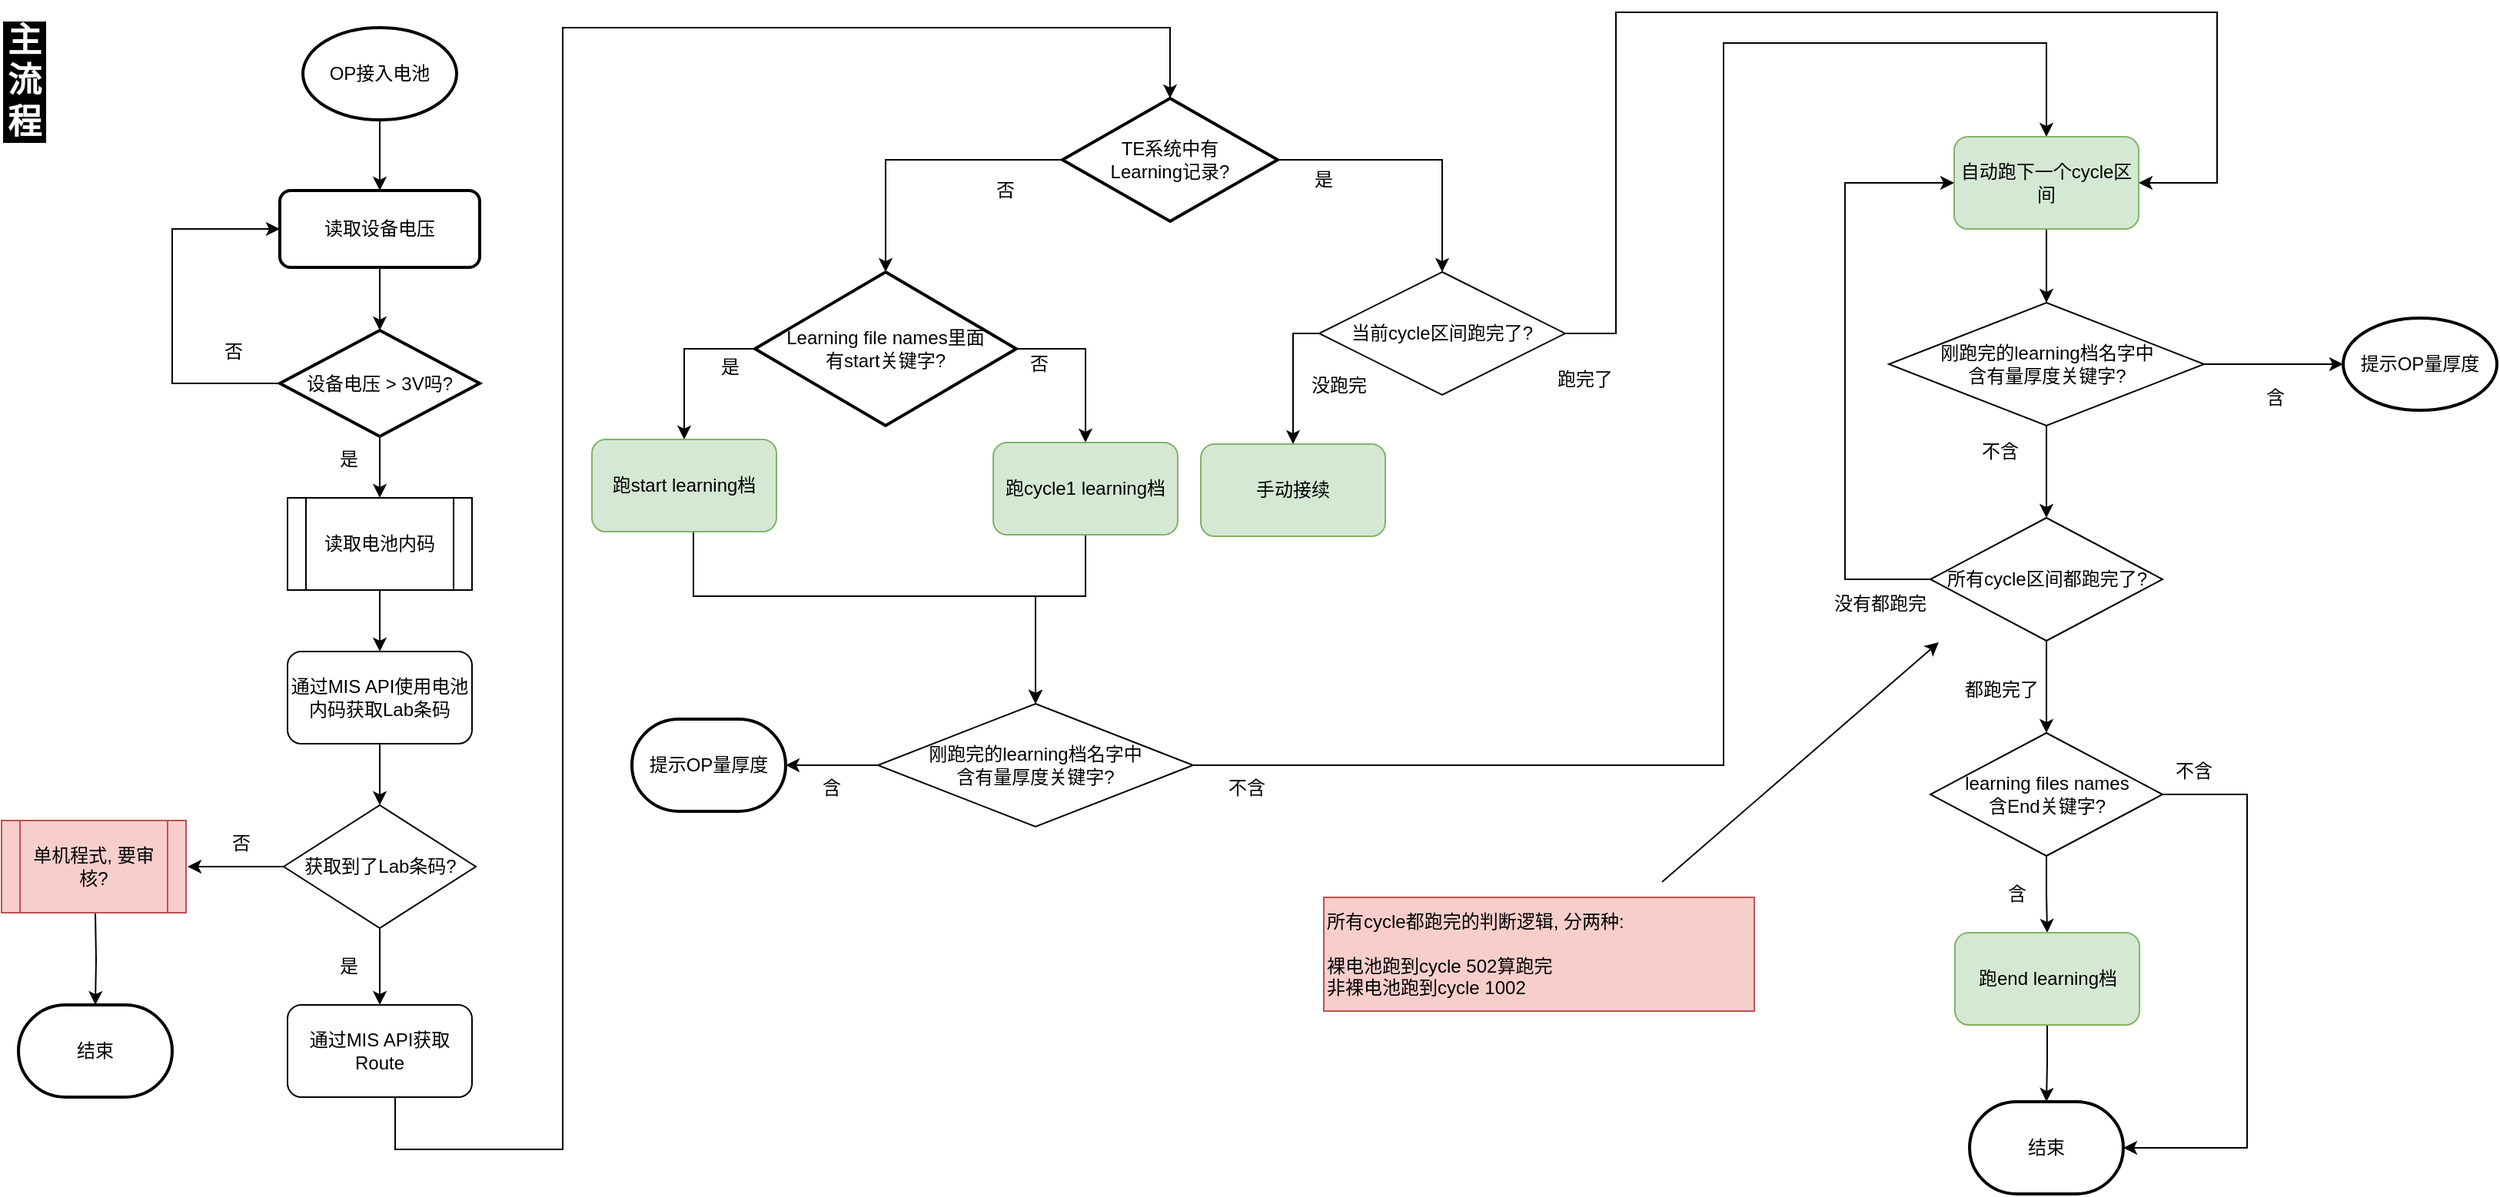
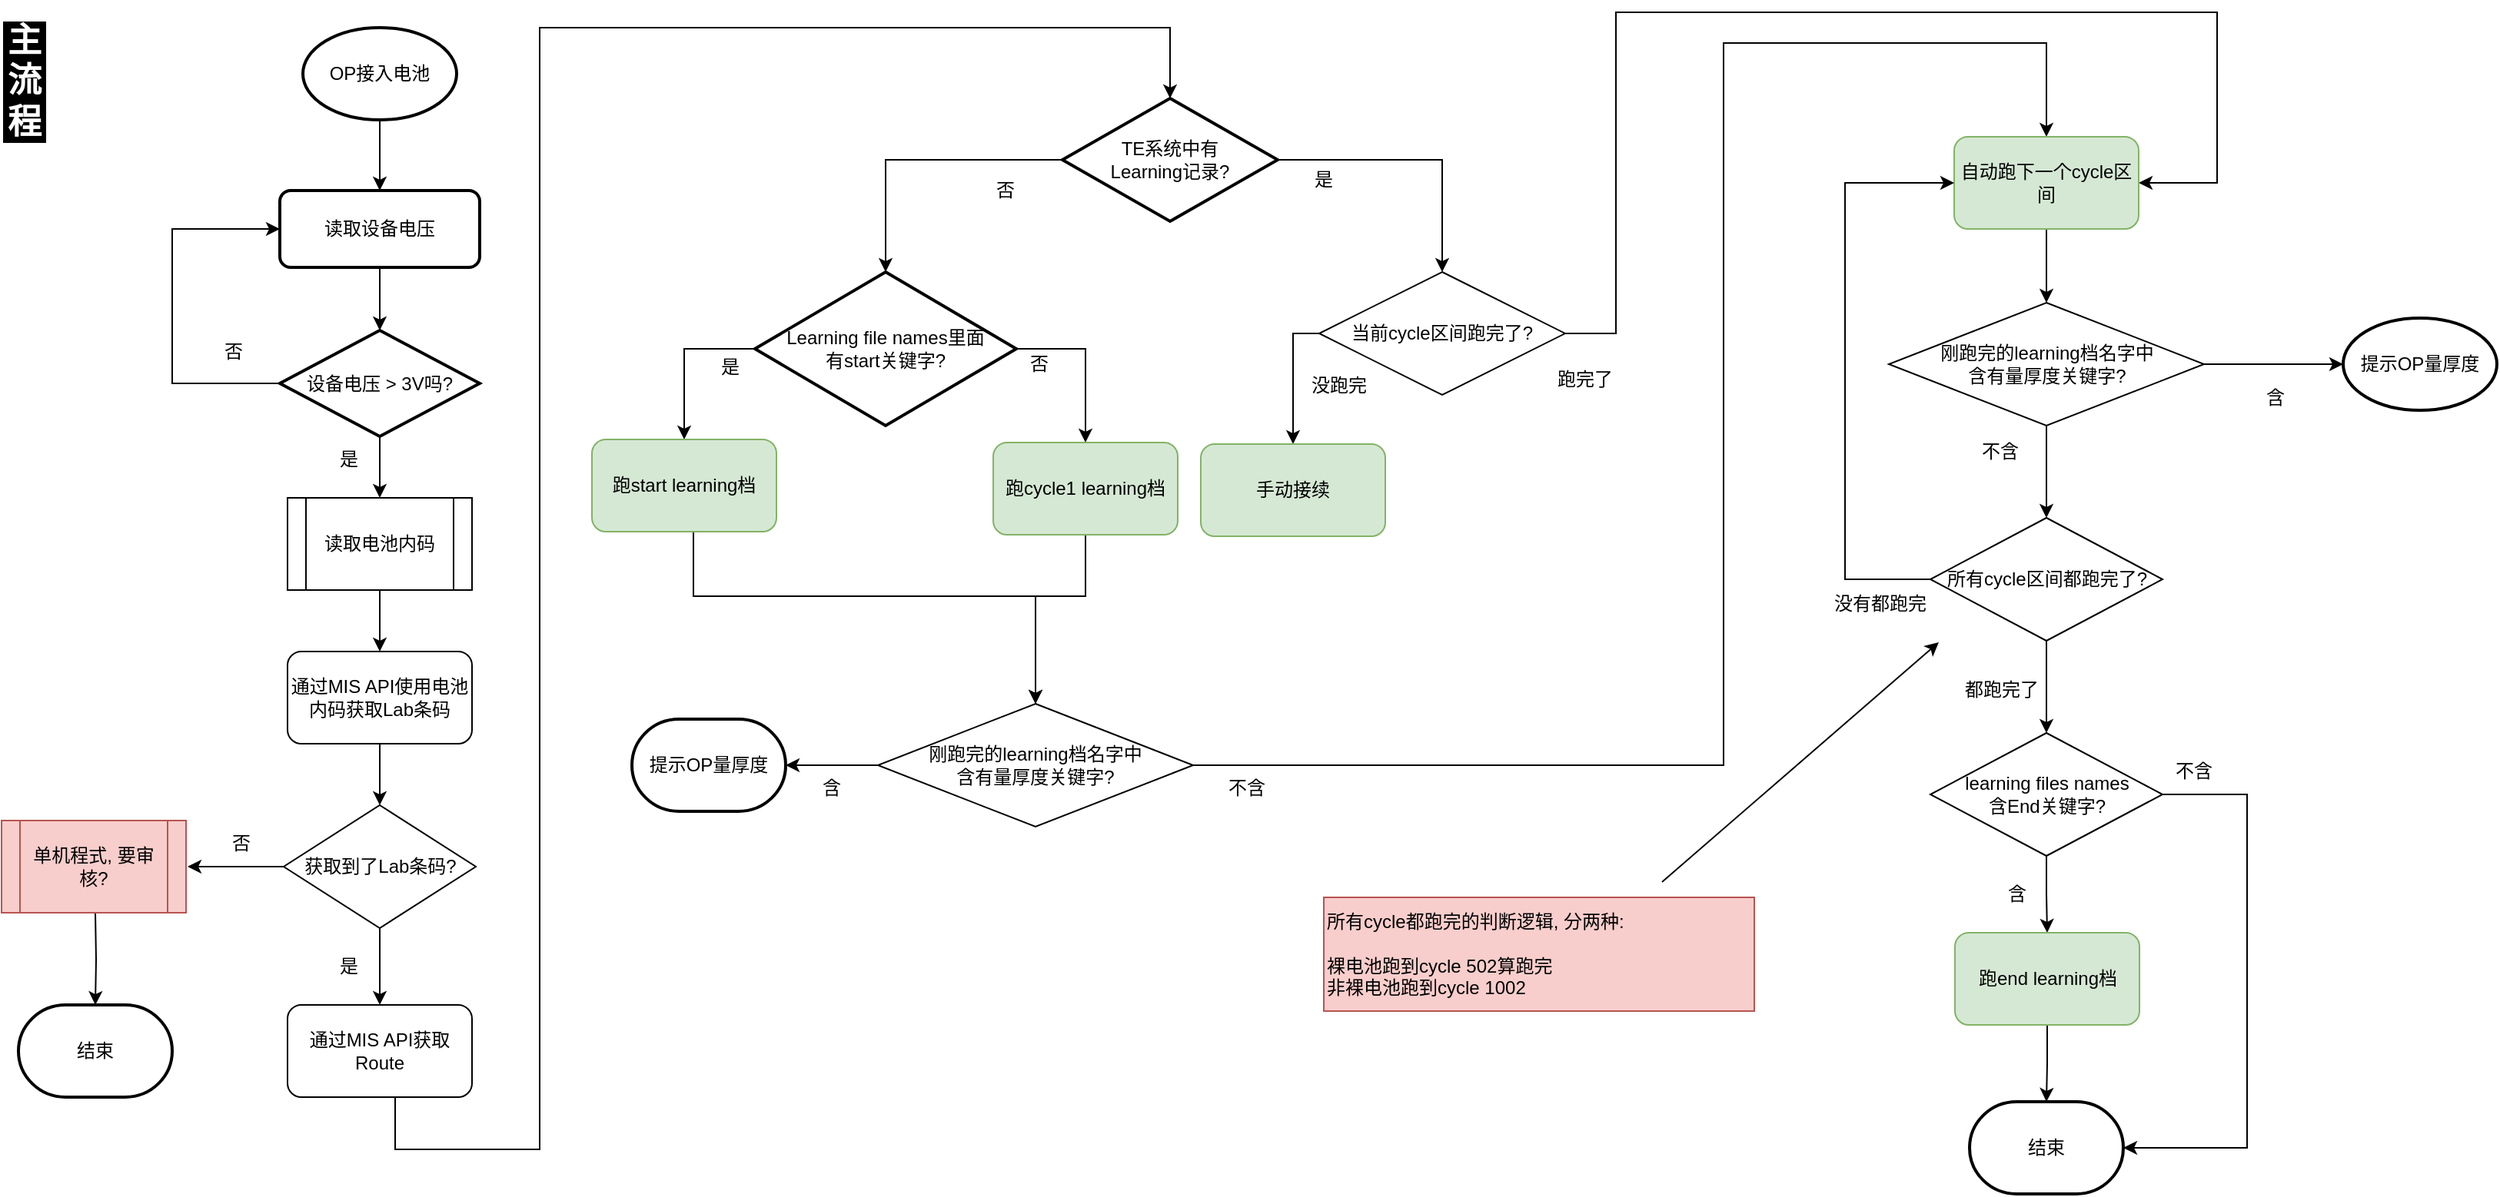
- <mxfile host="app.diagrams.net" pages="3">
+ <mxfile host="app.diagrams.net" pages="4">
  <diagram name="主流程" id="3HldnIOuQtLrwHUO-1mN">
    <mxGraphModel dx="1384" dy="813" grid="1" gridSize="10" guides="1" tooltips="1" connect="1" arrows="1" fold="1" page="1" pageScale="1" pageWidth="1654" pageHeight="1169" background="#FFFFFF" math="0" shadow="0">
      <root>
        <mxCell id="0" />
        <mxCell id="1" parent="0" />
        <mxCell id="qRa3hty1LtdxE0hFs_0w-8" edge="1" parent="1" source="qRa3hty1LtdxE0hFs_0w-4" style="edgeStyle=orthogonalEdgeStyle;rounded=0;orthogonalLoop=1;jettySize=auto;html=1;" target="qRa3hty1LtdxE0hFs_0w-6" value="">
          <mxGeometry relative="1" as="geometry" />
        </mxCell>
        <mxCell id="qRa3hty1LtdxE0hFs_0w-4" parent="1" style="strokeWidth=2;html=1;shape=mxgraph.flowchart.start_1;whiteSpace=wrap;" value="OP接入电池" vertex="1">
          <mxGeometry height="60" width="100" x="216" y="20" as="geometry" />
        </mxCell>
        <mxCell id="qRa3hty1LtdxE0hFs_0w-9" edge="1" parent="1" source="qRa3hty1LtdxE0hFs_0w-6" style="edgeStyle=orthogonalEdgeStyle;rounded=0;orthogonalLoop=1;jettySize=auto;html=1;" target="qRa3hty1LtdxE0hFs_0w-7" value="">
          <mxGeometry relative="1" as="geometry" />
        </mxCell>
        <mxCell id="qRa3hty1LtdxE0hFs_0w-6" parent="1" style="rounded=1;whiteSpace=wrap;html=1;absoluteArcSize=1;arcSize=14;strokeWidth=2;" value="读取设备电压" vertex="1">
          <mxGeometry height="50" width="130" x="201" y="126" as="geometry" />
        </mxCell>
        <mxCell id="qRa3hty1LtdxE0hFs_0w-14" edge="1" parent="1" source="qRa3hty1LtdxE0hFs_0w-7" style="edgeStyle=orthogonalEdgeStyle;rounded=0;orthogonalLoop=1;jettySize=auto;html=1;" target="qRa3hty1LtdxE0hFs_0w-13" value="">
          <mxGeometry relative="1" as="geometry" />
        </mxCell>
        <mxCell id="qRa3hty1LtdxE0hFs_0w-25" edge="1" parent="1" source="qRa3hty1LtdxE0hFs_0w-7" style="edgeStyle=orthogonalEdgeStyle;rounded=0;orthogonalLoop=1;jettySize=auto;html=1;entryX=0;entryY=0.5;entryDx=0;entryDy=0;" target="qRa3hty1LtdxE0hFs_0w-6">
          <mxGeometry relative="1" as="geometry">
            <Array as="points">
              <mxPoint x="131" y="252" />
              <mxPoint x="131" y="151" />
            </Array>
            <mxPoint x="411" y="146" as="targetPoint" />
          </mxGeometry>
        </mxCell>
        <mxCell id="qRa3hty1LtdxE0hFs_0w-7" parent="1" style="strokeWidth=2;html=1;shape=mxgraph.flowchart.decision;whiteSpace=wrap;" value="设备电压 &amp;gt; 3V吗?" vertex="1">
          <mxGeometry height="69" width="130" x="201" y="217" as="geometry" />
        </mxCell>
        <mxCell id="qRa3hty1LtdxE0hFs_0w-11" parent="1" style="text;html=1;whiteSpace=wrap;strokeColor=none;fillColor=none;align=center;verticalAlign=middle;rounded=0;" value="&lt;div&gt;否&lt;/div&gt;" vertex="1">
          <mxGeometry height="30" width="60" x="141" y="216" as="geometry" />
        </mxCell>
        <mxCell id="qRa3hty1LtdxE0hFs_0w-12" parent="1" style="text;html=1;whiteSpace=wrap;strokeColor=none;fillColor=none;align=center;verticalAlign=middle;rounded=0;" value="&lt;div&gt;是&lt;/div&gt;" vertex="1">
          <mxGeometry height="30" width="60" x="216" y="286" as="geometry" />
        </mxCell>
        <mxCell id="qRa3hty1LtdxE0hFs_0w-16" edge="1" parent="1" source="qRa3hty1LtdxE0hFs_0w-13" style="edgeStyle=orthogonalEdgeStyle;rounded=0;orthogonalLoop=1;jettySize=auto;html=1;" target="qRa3hty1LtdxE0hFs_0w-15" value="">
          <mxGeometry relative="1" as="geometry" />
        </mxCell>
        <mxCell id="qRa3hty1LtdxE0hFs_0w-13" parent="1" style="shape=process;whiteSpace=wrap;html=1;backgroundOutline=1;" value="读取电池内码" vertex="1">
          <mxGeometry height="60" width="120" x="206" y="326" as="geometry" />
        </mxCell>
        <mxCell id="qRa3hty1LtdxE0hFs_0w-20" edge="1" parent="1" source="qRa3hty1LtdxE0hFs_0w-15" style="edgeStyle=orthogonalEdgeStyle;rounded=0;orthogonalLoop=1;jettySize=auto;html=1;" target="qRa3hty1LtdxE0hFs_0w-19" value="">
          <mxGeometry relative="1" as="geometry" />
        </mxCell>
        <mxCell id="qRa3hty1LtdxE0hFs_0w-15" parent="1" style="rounded=1;whiteSpace=wrap;html=1;" value="通过MIS API使用电池内码获取Lab条码" vertex="1">
          <mxGeometry height="60" width="120" x="206" y="426" as="geometry" />
        </mxCell>
        <mxCell id="qRa3hty1LtdxE0hFs_0w-31" edge="1" parent="1" style="edgeStyle=orthogonalEdgeStyle;rounded=0;orthogonalLoop=1;jettySize=auto;html=1;entryX=0.5;entryY=0;entryDx=0;entryDy=0;entryPerimeter=0;strokeWidth=1;" target="qRa3hty1LtdxE0hFs_0w-30" value="">
          <mxGeometry relative="1" as="geometry">
            <Array as="points">
              <mxPoint x="276" y="750" />
-               <mxPoint x="385" y="750" />
-               <mxPoint x="385" y="20" />
+               <mxPoint x="370" y="750" />
+               <mxPoint x="370" y="20" />
              <mxPoint x="780" y="20" />
            </Array>
            <mxPoint x="276" y="716" as="sourcePoint" />
            <mxPoint x="793" y="59" as="targetPoint" />
          </mxGeometry>
        </mxCell>
        <mxCell id="qRa3hty1LtdxE0hFs_0w-17" parent="1" style="rounded=1;whiteSpace=wrap;html=1;" value="通过MIS API获取Route" vertex="1">
          <mxGeometry height="60" width="120" x="206" y="656" as="geometry" />
        </mxCell>
        <mxCell id="qRa3hty1LtdxE0hFs_0w-21" edge="1" parent="1" source="qRa3hty1LtdxE0hFs_0w-19" style="edgeStyle=orthogonalEdgeStyle;rounded=0;orthogonalLoop=1;jettySize=auto;html=1;" target="qRa3hty1LtdxE0hFs_0w-17" value="">
          <mxGeometry relative="1" as="geometry" />
        </mxCell>
        <mxCell id="qRa3hty1LtdxE0hFs_0w-27" edge="1" parent="1" source="qRa3hty1LtdxE0hFs_0w-19" style="edgeStyle=orthogonalEdgeStyle;rounded=0;orthogonalLoop=1;jettySize=auto;html=1;" value="">
          <mxGeometry relative="1" as="geometry">
            <mxPoint x="141" y="566" as="targetPoint" />
          </mxGeometry>
        </mxCell>
        <mxCell id="qRa3hty1LtdxE0hFs_0w-19" parent="1" style="rhombus;whiteSpace=wrap;html=1;" value="获取到了Lab条码?" vertex="1">
          <mxGeometry height="80" width="125" x="203.5" y="526" as="geometry" />
        </mxCell>
        <mxCell id="qRa3hty1LtdxE0hFs_0w-22" parent="1" style="text;html=1;whiteSpace=wrap;strokeColor=none;fillColor=none;align=center;verticalAlign=middle;rounded=0;" value="是" vertex="1">
          <mxGeometry height="30" width="60" x="216" y="616" as="geometry" />
        </mxCell>
        <mxCell id="qRa3hty1LtdxE0hFs_0w-29" edge="1" parent="1" style="edgeStyle=orthogonalEdgeStyle;rounded=0;orthogonalLoop=1;jettySize=auto;html=1;" target="qRa3hty1LtdxE0hFs_0w-28" value="">
          <mxGeometry relative="1" as="geometry">
            <mxPoint x="81" y="596" as="sourcePoint" />
          </mxGeometry>
        </mxCell>
        <mxCell id="qRa3hty1LtdxE0hFs_0w-26" parent="1" style="shape=process;whiteSpace=wrap;html=1;backgroundOutline=1;fillColor=#f8cecc;strokeColor=#b85450;" value="单机程式, 要审核?" vertex="1">
          <mxGeometry height="60" width="120" x="20" y="536" as="geometry" />
        </mxCell>
        <mxCell id="qRa3hty1LtdxE0hFs_0w-28" parent="1" style="strokeWidth=2;html=1;shape=mxgraph.flowchart.terminator;whiteSpace=wrap;" value="结束" vertex="1">
          <mxGeometry height="60" width="100" x="31" y="656" as="geometry" />
        </mxCell>
        <mxCell id="qRa3hty1LtdxE0hFs_0w-34" edge="1" parent="1" source="qRa3hty1LtdxE0hFs_0w-30" style="edgeStyle=orthogonalEdgeStyle;rounded=0;orthogonalLoop=1;jettySize=auto;html=1;exitX=0;exitY=0.5;exitDx=0;exitDy=0;exitPerimeter=0;" target="qRa3hty1LtdxE0hFs_0w-33" value="">
          <mxGeometry relative="1" as="geometry">
            <mxPoint x="595" y="129" as="sourcePoint" />
          </mxGeometry>
        </mxCell>
        <mxCell id="qRa3hty1LtdxE0hFs_0w-38" edge="1" parent="1" source="qRa3hty1LtdxE0hFs_0w-30" style="edgeStyle=orthogonalEdgeStyle;rounded=0;orthogonalLoop=1;jettySize=auto;html=1;" target="qRa3hty1LtdxE0hFs_0w-37" value="">
          <mxGeometry relative="1" as="geometry" />
        </mxCell>
        <mxCell id="qRa3hty1LtdxE0hFs_0w-30" parent="1" style="strokeWidth=2;html=1;shape=mxgraph.flowchart.decision;whiteSpace=wrap;" value="&lt;div&gt;TE系统中有&lt;/div&gt;&lt;div&gt;Learning记录?&lt;/div&gt;" vertex="1">
          <mxGeometry height="80" width="140" x="710" y="66" as="geometry" />
        </mxCell>
        <mxCell id="qRa3hty1LtdxE0hFs_0w-67" edge="1" parent="1" source="qRa3hty1LtdxE0hFs_0w-33" style="edgeStyle=orthogonalEdgeStyle;rounded=0;orthogonalLoop=1;jettySize=auto;html=1;entryX=0.5;entryY=0;entryDx=0;entryDy=0;exitX=1;exitY=0.5;exitDx=0;exitDy=0;exitPerimeter=0;" target="qRa3hty1LtdxE0hFs_0w-66">
          <mxGeometry relative="1" as="geometry" />
        </mxCell>
        <mxCell id="PsBZDfwHha2lWDHOalyY-45" edge="1" parent="1" source="qRa3hty1LtdxE0hFs_0w-33" style="edgeStyle=orthogonalEdgeStyle;rounded=0;orthogonalLoop=1;jettySize=auto;html=1;entryX=0.5;entryY=0;entryDx=0;entryDy=0;" target="qRa3hty1LtdxE0hFs_0w-44">
          <mxGeometry relative="1" as="geometry">
            <Array as="points">
              <mxPoint x="464" y="229" />
            </Array>
          </mxGeometry>
        </mxCell>
        <mxCell id="qRa3hty1LtdxE0hFs_0w-33" parent="1" style="strokeWidth=2;html=1;shape=mxgraph.flowchart.decision;whiteSpace=wrap;" value="&lt;div&gt;Learning file names里面&lt;/div&gt;&lt;div&gt;有start关键字?&lt;/div&gt;" vertex="1">
          <mxGeometry height="100" width="170" x="510" y="179" as="geometry" />
        </mxCell>
        <mxCell id="qRa3hty1LtdxE0hFs_0w-35" parent="1" style="text;html=1;whiteSpace=wrap;strokeColor=none;fillColor=none;align=center;verticalAlign=middle;rounded=0;" value="否" vertex="1">
          <mxGeometry height="30" width="60" x="642.5" y="111" as="geometry" />
        </mxCell>
        <mxCell id="qRa3hty1LtdxE0hFs_0w-36" parent="1" style="text;html=1;whiteSpace=wrap;strokeColor=none;fillColor=none;align=center;verticalAlign=middle;rounded=0;" value="是" vertex="1">
          <mxGeometry height="30" width="60" x="850" y="104" as="geometry" />
        </mxCell>
        <mxCell id="qRa3hty1LtdxE0hFs_0w-40" edge="1" parent="1" source="qRa3hty1LtdxE0hFs_0w-37" style="edgeStyle=orthogonalEdgeStyle;rounded=0;orthogonalLoop=1;jettySize=auto;html=1;" target="qRa3hty1LtdxE0hFs_0w-39" value="">
          <mxGeometry relative="1" as="geometry">
            <Array as="points">
              <mxPoint x="860" y="219" />
            </Array>
          </mxGeometry>
        </mxCell>
        <mxCell id="PsBZDfwHha2lWDHOalyY-44" edge="1" parent="1" source="qRa3hty1LtdxE0hFs_0w-37" style="edgeStyle=orthogonalEdgeStyle;rounded=0;orthogonalLoop=1;jettySize=auto;html=1;entryX=1;entryY=0.5;entryDx=0;entryDy=0;" target="qRa3hty1LtdxE0hFs_0w-55">
          <mxGeometry relative="1" as="geometry">
            <Array as="points">
              <mxPoint x="1070" y="219" />
              <mxPoint x="1070" y="10" />
              <mxPoint x="1461" y="10" />
              <mxPoint x="1461" y="121" />
            </Array>
          </mxGeometry>
        </mxCell>
        <mxCell id="qRa3hty1LtdxE0hFs_0w-37" parent="1" style="rhombus;whiteSpace=wrap;html=1;" value="当前cycle区间跑完了?" vertex="1">
          <mxGeometry height="80" width="160" x="877" y="179" as="geometry" />
        </mxCell>
        <mxCell id="qRa3hty1LtdxE0hFs_0w-39" parent="1" style="rounded=1;whiteSpace=wrap;html=1;fillColor=#d5e8d4;strokeColor=#82b366;" value="手动接续" vertex="1">
          <mxGeometry height="60" width="120" x="800" y="291" as="geometry" />
        </mxCell>
        <mxCell id="qRa3hty1LtdxE0hFs_0w-41" parent="1" style="text;html=1;whiteSpace=wrap;strokeColor=none;fillColor=none;align=center;verticalAlign=middle;rounded=0;" value="没跑完" vertex="1">
          <mxGeometry height="30" width="60" x="860" y="238" as="geometry" />
        </mxCell>
        <mxCell id="qRa3hty1LtdxE0hFs_0w-71" edge="1" parent="1" source="qRa3hty1LtdxE0hFs_0w-44" style="edgeStyle=orthogonalEdgeStyle;rounded=0;orthogonalLoop=1;jettySize=auto;html=1;entryX=0.5;entryY=0;entryDx=0;entryDy=0;exitX=0.5;exitY=1;exitDx=0;exitDy=0;" target="qRa3hty1LtdxE0hFs_0w-49">
          <mxGeometry relative="1" as="geometry">
            <Array as="points">
              <mxPoint x="470" y="390" />
              <mxPoint x="692" y="390" />
            </Array>
          </mxGeometry>
        </mxCell>
        <mxCell id="qRa3hty1LtdxE0hFs_0w-44" parent="1" style="rounded=1;whiteSpace=wrap;html=1;fillColor=#d5e8d4;strokeColor=#82b366;" value="跑start learning档" vertex="1">
          <mxGeometry height="60" width="120" x="404" y="288" as="geometry" />
        </mxCell>
        <mxCell id="qRa3hty1LtdxE0hFs_0w-46" parent="1" style="text;html=1;whiteSpace=wrap;strokeColor=none;fillColor=none;align=center;verticalAlign=middle;rounded=0;" value="是" vertex="1">
          <mxGeometry height="30" width="60" x="464" y="226" as="geometry" />
        </mxCell>
        <mxCell id="qRa3hty1LtdxE0hFs_0w-129" edge="1" parent="1" source="qRa3hty1LtdxE0hFs_0w-49" style="edgeStyle=orthogonalEdgeStyle;rounded=0;orthogonalLoop=1;jettySize=auto;html=1;entryX=0.5;entryY=0;entryDx=0;entryDy=0;strokeWidth=1;exitX=1;exitY=0.5;exitDx=0;exitDy=0;" target="qRa3hty1LtdxE0hFs_0w-55">
          <mxGeometry relative="1" as="geometry">
            <Array as="points">
              <mxPoint x="1140" y="500" />
              <mxPoint x="1140" y="30" />
              <mxPoint x="1350" y="30" />
            </Array>
            <mxPoint x="800" y="500" as="sourcePoint" />
          </mxGeometry>
        </mxCell>
        <mxCell id="PsBZDfwHha2lWDHOalyY-38" edge="1" parent="1" source="qRa3hty1LtdxE0hFs_0w-49" style="edgeStyle=orthogonalEdgeStyle;rounded=0;orthogonalLoop=1;jettySize=auto;html=1;" target="PsBZDfwHha2lWDHOalyY-37" value="">
          <mxGeometry relative="1" as="geometry" />
        </mxCell>
        <mxCell id="qRa3hty1LtdxE0hFs_0w-49" parent="1" style="rhombus;whiteSpace=wrap;html=1;" value="&lt;div&gt;刚跑完的learning档名字中&lt;/div&gt;&lt;div&gt;含有量厚度关键字?&lt;/div&gt;" vertex="1">
          <mxGeometry height="80" width="205" x="590" y="460" as="geometry" />
        </mxCell>
        <mxCell id="qRa3hty1LtdxE0hFs_0w-53" parent="1" style="text;html=1;whiteSpace=wrap;strokeColor=none;fillColor=none;align=center;verticalAlign=middle;rounded=0;" value="&lt;div&gt;含&lt;/div&gt;" vertex="1">
          <mxGeometry height="30" width="60" x="530" y="500" as="geometry" />
        </mxCell>
        <mxCell id="qRa3hty1LtdxE0hFs_0w-130" edge="1" parent="1" source="qRa3hty1LtdxE0hFs_0w-55" style="edgeStyle=orthogonalEdgeStyle;rounded=0;orthogonalLoop=1;jettySize=auto;html=1;" target="qRa3hty1LtdxE0hFs_0w-88" value="">
          <mxGeometry relative="1" as="geometry" />
        </mxCell>
        <mxCell id="qRa3hty1LtdxE0hFs_0w-55" parent="1" style="rounded=1;whiteSpace=wrap;html=1;fillColor=#d5e8d4;strokeColor=#82b366;" value="自动跑下一个cycle区间" vertex="1">
          <mxGeometry height="60" width="120" x="1290" y="91" as="geometry" />
        </mxCell>
        <mxCell id="qRa3hty1LtdxE0hFs_0w-57" parent="1" style="text;html=1;whiteSpace=wrap;strokeColor=none;fillColor=none;align=center;verticalAlign=middle;rounded=0;" value="否" vertex="1">
          <mxGeometry height="30" width="60" x="146" y="536" as="geometry" />
        </mxCell>
        <mxCell id="qRa3hty1LtdxE0hFs_0w-58" parent="1" style="text;html=1;whiteSpace=wrap;strokeColor=none;fillColor=none;align=center;verticalAlign=middle;rounded=0;" value="跑完了" vertex="1">
          <mxGeometry height="30" width="60" x="1020" y="233.5" as="geometry" />
        </mxCell>
        <mxCell id="qRa3hty1LtdxE0hFs_0w-73" edge="1" parent="1" source="qRa3hty1LtdxE0hFs_0w-66" style="edgeStyle=orthogonalEdgeStyle;rounded=0;orthogonalLoop=1;jettySize=auto;html=1;entryX=0.5;entryY=0;entryDx=0;entryDy=0;exitX=0.5;exitY=1;exitDx=0;exitDy=0;" target="qRa3hty1LtdxE0hFs_0w-49">
          <mxGeometry relative="1" as="geometry">
            <Array as="points">
              <mxPoint x="725" y="390" />
              <mxPoint x="692" y="390" />
            </Array>
          </mxGeometry>
        </mxCell>
        <mxCell id="qRa3hty1LtdxE0hFs_0w-66" parent="1" style="rounded=1;whiteSpace=wrap;html=1;fillColor=#d5e8d4;strokeColor=#82b366;" value="跑cycle1 learning档" vertex="1">
          <mxGeometry height="60" width="120" x="665" y="290" as="geometry" />
        </mxCell>
        <mxCell id="qRa3hty1LtdxE0hFs_0w-68" parent="1" style="text;html=1;whiteSpace=wrap;strokeColor=none;fillColor=none;align=center;verticalAlign=middle;rounded=0;" value="否" vertex="1">
          <mxGeometry height="30" width="60" x="665" y="224" as="geometry" />
        </mxCell>
        <mxCell id="qRa3hty1LtdxE0hFs_0w-75" parent="1" style="text;html=1;whiteSpace=wrap;strokeColor=none;fillColor=none;align=center;verticalAlign=middle;rounded=0;" value="不含" vertex="1">
          <mxGeometry height="30" width="60" x="800" y="500" as="geometry" />
        </mxCell>
        <mxCell id="qRa3hty1LtdxE0hFs_0w-134" edge="1" parent="1" source="qRa3hty1LtdxE0hFs_0w-88" style="edgeStyle=orthogonalEdgeStyle;rounded=0;orthogonalLoop=1;jettySize=auto;html=1;" target="qRa3hty1LtdxE0hFs_0w-107" value="">
          <mxGeometry relative="1" as="geometry" />
        </mxCell>
        <mxCell id="PsBZDfwHha2lWDHOalyY-47" edge="1" parent="1" source="qRa3hty1LtdxE0hFs_0w-88" style="edgeStyle=orthogonalEdgeStyle;rounded=0;orthogonalLoop=1;jettySize=auto;html=1;" target="qRa3hty1LtdxE0hFs_0w-103" value="">
          <mxGeometry relative="1" as="geometry" />
        </mxCell>
        <mxCell id="qRa3hty1LtdxE0hFs_0w-88" parent="1" style="rhombus;whiteSpace=wrap;html=1;" value="&lt;div&gt;刚跑完的learning档名字中&lt;/div&gt;&lt;div&gt;含有量厚度关键字?&lt;/div&gt;" vertex="1">
          <mxGeometry height="80" width="205" x="1247.5" y="199" as="geometry" />
        </mxCell>
        <mxCell id="qRa3hty1LtdxE0hFs_0w-93" parent="1" style="text;html=1;whiteSpace=wrap;strokeColor=none;fillColor=none;align=center;verticalAlign=middle;rounded=0;" value="含" vertex="1">
          <mxGeometry height="30" width="60" x="1469" y="246" as="geometry" />
        </mxCell>
        <mxCell id="qRa3hty1LtdxE0hFs_0w-95" parent="1" style="text;html=1;whiteSpace=wrap;strokeColor=none;fillColor=none;align=center;verticalAlign=middle;rounded=0;" value="不含" vertex="1">
          <mxGeometry height="30" width="60" x="1290" y="281" as="geometry" />
        </mxCell>
        <mxCell id="qRa3hty1LtdxE0hFs_0w-103" parent="1" style="strokeWidth=2;html=1;shape=mxgraph.flowchart.start_1;whiteSpace=wrap;" value="&lt;div&gt;提示OP量厚度&lt;/div&gt;" vertex="1">
          <mxGeometry height="60" width="100" x="1543" y="209" as="geometry" />
        </mxCell>
        <mxCell id="qRa3hty1LtdxE0hFs_0w-118" edge="1" parent="1" source="qRa3hty1LtdxE0hFs_0w-107" style="edgeStyle=orthogonalEdgeStyle;rounded=0;orthogonalLoop=1;jettySize=auto;html=1;" target="qRa3hty1LtdxE0hFs_0w-117" value="">
          <mxGeometry relative="1" as="geometry" />
        </mxCell>
        <mxCell id="PsBZDfwHha2lWDHOalyY-42" edge="1" parent="1" source="qRa3hty1LtdxE0hFs_0w-107" style="edgeStyle=orthogonalEdgeStyle;rounded=0;orthogonalLoop=1;jettySize=auto;html=1;entryX=0;entryY=0.5;entryDx=0;entryDy=0;" target="qRa3hty1LtdxE0hFs_0w-55">
          <mxGeometry relative="1" as="geometry">
            <Array as="points">
              <mxPoint x="1219" y="379" />
              <mxPoint x="1219" y="121" />
            </Array>
          </mxGeometry>
        </mxCell>
        <mxCell id="qRa3hty1LtdxE0hFs_0w-107" parent="1" style="rhombus;whiteSpace=wrap;html=1;" value="所有cycle区间都跑完了?" vertex="1">
          <mxGeometry height="80" width="151" x="1274.5" y="339" as="geometry" />
        </mxCell>
        <mxCell id="qRa3hty1LtdxE0hFs_0w-111" parent="1" style="text;html=1;whiteSpace=wrap;strokeColor=none;fillColor=none;align=center;verticalAlign=middle;rounded=0;" value="没有都跑完" vertex="1">
          <mxGeometry height="30" width="65.5" x="1209" y="380" as="geometry" />
        </mxCell>
        <mxCell id="qRa3hty1LtdxE0hFs_0w-112" parent="1" style="strokeWidth=2;html=1;shape=mxgraph.flowchart.terminator;whiteSpace=wrap;" value="结束" vertex="1">
          <mxGeometry height="60" width="100" x="1300" y="719" as="geometry" />
        </mxCell>
        <mxCell id="qRa3hty1LtdxE0hFs_0w-114" parent="1" style="text;html=1;whiteSpace=wrap;strokeColor=none;fillColor=none;align=center;verticalAlign=middle;rounded=0;" value="都跑完了" vertex="1">
          <mxGeometry height="30" width="60" x="1291" y="436" as="geometry" />
        </mxCell>
        <mxCell id="qRa3hty1LtdxE0hFs_0w-122" edge="1" parent="1" source="qRa3hty1LtdxE0hFs_0w-117" style="edgeStyle=orthogonalEdgeStyle;rounded=0;orthogonalLoop=1;jettySize=auto;html=1;" target="qRa3hty1LtdxE0hFs_0w-120" value="">
          <mxGeometry relative="1" as="geometry" />
        </mxCell>
        <mxCell id="qRa3hty1LtdxE0hFs_0w-117" parent="1" style="rhombus;whiteSpace=wrap;html=1;" value="&lt;div&gt;learning files names&lt;/div&gt;&lt;div&gt;含End关键字?&lt;/div&gt;" vertex="1">
          <mxGeometry height="80" width="151" x="1274.5" y="479" as="geometry" />
        </mxCell>
        <mxCell id="qRa3hty1LtdxE0hFs_0w-121" edge="1" parent="1" source="qRa3hty1LtdxE0hFs_0w-120" style="edgeStyle=orthogonalEdgeStyle;rounded=0;orthogonalLoop=1;jettySize=auto;html=1;" target="qRa3hty1LtdxE0hFs_0w-112" value="">
          <mxGeometry relative="1" as="geometry" />
        </mxCell>
        <mxCell id="qRa3hty1LtdxE0hFs_0w-120" parent="1" style="rounded=1;whiteSpace=wrap;html=1;fillColor=#d5e8d4;strokeColor=#82b366;" value="跑end learning档" vertex="1">
          <mxGeometry height="60" width="120" x="1290.5" y="609" as="geometry" />
        </mxCell>
        <mxCell id="qRa3hty1LtdxE0hFs_0w-123" parent="1" style="text;html=1;whiteSpace=wrap;strokeColor=none;fillColor=none;align=center;verticalAlign=middle;rounded=0;" value="含" vertex="1">
          <mxGeometry height="30" width="60" x="1300.5" y="569" as="geometry" />
        </mxCell>
        <mxCell id="qRa3hty1LtdxE0hFs_0w-124" edge="1" parent="1" source="qRa3hty1LtdxE0hFs_0w-117" style="edgeStyle=orthogonalEdgeStyle;rounded=0;orthogonalLoop=1;jettySize=auto;html=1;entryX=1;entryY=0.5;entryDx=0;entryDy=0;entryPerimeter=0;" target="qRa3hty1LtdxE0hFs_0w-112">
          <mxGeometry relative="1" as="geometry">
            <Array as="points">
              <mxPoint x="1480.5" y="519" />
              <mxPoint x="1480.5" y="749" />
            </Array>
          </mxGeometry>
        </mxCell>
        <mxCell id="qRa3hty1LtdxE0hFs_0w-125" parent="1" style="text;html=1;whiteSpace=wrap;strokeColor=none;fillColor=none;align=center;verticalAlign=middle;rounded=0;" value="不含" vertex="1">
          <mxGeometry height="30" width="60" x="1415.5" y="489" as="geometry" />
        </mxCell>
        <mxCell id="PsBZDfwHha2lWDHOalyY-36" parent="1" style="text;html=1;whiteSpace=wrap;strokeColor=none;fillColor=none;align=center;verticalAlign=middle;rounded=0;fontStyle=1;fontSize=22;fontColor=light-dark(#ffffff, #ededed);strokeWidth=3;labelBackgroundColor=#000000;" value="主流程" vertex="1">
          <mxGeometry height="30" width="30" x="20" y="40" as="geometry" />
        </mxCell>
        <mxCell id="PsBZDfwHha2lWDHOalyY-37" parent="1" style="strokeWidth=2;html=1;shape=mxgraph.flowchart.terminator;whiteSpace=wrap;" value="提示OP量厚度" vertex="1">
          <mxGeometry height="60" width="100" x="430" y="470" as="geometry" />
        </mxCell>
        <mxCell id="2eUiavWlrehDWLgpTi0H-1" parent="1" style="text;html=1;whiteSpace=wrap;strokeColor=#b85450;fillColor=#f8cecc;align=left;verticalAlign=middle;rounded=0;" value="&lt;div&gt;所有cycle都跑完的判断逻辑, 分两种:&lt;/div&gt;&lt;div&gt;&lt;br&gt;&lt;/div&gt;&lt;div&gt;裸电池跑到cycle 502算跑完&lt;/div&gt;&lt;div&gt;非裸电池跑到cycle 1002&lt;/div&gt;" vertex="1">
          <mxGeometry height="74" width="280" x="880" y="586" as="geometry" />
        </mxCell>
        <mxCell id="2eUiavWlrehDWLgpTi0H-2" edge="1" parent="1" style="endArrow=classic;html=1;rounded=0;" value="">
          <mxGeometry height="50" relative="1" width="50" as="geometry">
            <mxPoint x="1100" y="576" as="sourcePoint" />
            <mxPoint x="1280" y="420" as="targetPoint" />
          </mxGeometry>
        </mxCell>
      </root>
    </mxGraphModel>
  </diagram>
  <diagram name="读电池内码" id="XtggNMIghFGsVJKhnkbQ">
    <mxGraphModel grid="1" page="1" gridSize="10" guides="1" tooltips="1" connect="1" arrows="1" fold="1" pageScale="1" pageWidth="1169" pageHeight="827" background="#FFFFFF" math="0" shadow="0">
      <root>
        <mxCell id="9dQc-XGaAXm8AKphA9NF-0" />
        <mxCell id="9dQc-XGaAXm8AKphA9NF-1" parent="9dQc-XGaAXm8AKphA9NF-0" />
        <mxCell id="9dQc-XGaAXm8AKphA9NF-71" edge="1" parent="9dQc-XGaAXm8AKphA9NF-1" source="9dQc-XGaAXm8AKphA9NF-72" style="edgeStyle=orthogonalEdgeStyle;rounded=0;orthogonalLoop=1;jettySize=auto;html=1;" target="9dQc-XGaAXm8AKphA9NF-76" value="">
          <mxGeometry relative="1" as="geometry" />
        </mxCell>
        <mxCell id="9dQc-XGaAXm8AKphA9NF-72" parent="9dQc-XGaAXm8AKphA9NF-1" style="strokeWidth=2;html=1;shape=mxgraph.flowchart.start_1;whiteSpace=wrap;" value="接入电池" vertex="1">
          <mxGeometry height="60" width="100" x="165" y="20" as="geometry" />
        </mxCell>
        <mxCell id="9dQc-XGaAXm8AKphA9NF-73" parent="9dQc-XGaAXm8AKphA9NF-1" style="text;html=1;whiteSpace=wrap;strokeColor=none;fillColor=none;align=center;verticalAlign=middle;rounded=0;fontStyle=1;strokeWidth=3;labelBackgroundColor=light-dark(#400040, #ededed);fontColor=light-dark(#ffffff, #ededed);fontSize=22;" value="读电池内码流程" vertex="1">
          <mxGeometry height="30" width="30" x="5" y="80" as="geometry" />
        </mxCell>
        <mxCell id="9dQc-XGaAXm8AKphA9NF-74" parent="9dQc-XGaAXm8AKphA9NF-1" style="text;html=1;whiteSpace=wrap;strokeColor=#d79b00;fillColor=#ffe6cc;align=left;verticalAlign=top;rounded=0;fontSize=14;labelBackgroundColor=none;" value="&lt;div&gt;&lt;b&gt;[ 0x21命令 ]&lt;/b&gt;&lt;/div&gt;&lt;div&gt;&lt;b&gt;IC Type&lt;span style=&quot;white-space: pre;&quot;&gt;&#x9;&lt;/span&gt;&lt;span style=&quot;white-space: pre;&quot;&gt;&#x9;&lt;/span&gt;SN Command&lt;span style=&quot;white-space: pre;&quot;&gt;&#x9;Device name command&lt;/span&gt;&lt;/b&gt;&lt;/div&gt;&lt;div&gt;Volchok&lt;span style=&quot;white-space: pre;&quot;&gt;&#x9;&lt;/span&gt;&lt;span style=&quot;white-space: pre;&quot;&gt;&#x9;&lt;/span&gt;block 0x91&lt;span style=&quot;white-space: pre;&quot;&gt;&#x9;&lt;/span&gt;&lt;span style=&quot;white-space: pre;&quot;&gt;&#x9;0x21返回&lt;/span&gt;Volchok&lt;/div&gt;&lt;div&gt;Veridian&lt;span style=&quot;white-space: pre;&quot;&gt;&lt;span style=&quot;white-space: pre;&quot;&gt;&#x9;&lt;/span&gt;&lt;span style=&quot;white-space: pre;&quot;&gt;&#x9;&lt;/span&gt;block 0x91&#x9;&lt;span style=&quot;white-space: pre;&quot;&gt;&#x9;&lt;/span&gt;0x21返回Veridian&lt;/span&gt;&lt;/div&gt;&lt;div&gt;BQ40Z651&lt;span style=&quot;white-space: pre;&quot;&gt;&#x9;block 0x76&lt;/span&gt;&lt;span style=&quot;white-space: pre;&quot;&gt;&#x9;&lt;span style=&quot;white-space: pre;&quot;&gt;&#x9;0x21返回&lt;/span&gt;????&lt;span style=&quot;white-space: pre;&quot;&gt;&#x9;&lt;/span&gt;&lt;span style=&quot;white-space: pre;&quot;&gt;&#x9;&lt;/span&gt;&lt;/span&gt;&lt;span style=&quot;white-space: pre;&quot;&gt;&lt;span style=&quot;white-space: pre;&quot;&gt;&lt;/span&gt;&lt;span style=&quot;white-space: pre;&quot;&gt;&#x9;&lt;/span&gt;锁码可以读device name&lt;/span&gt;&lt;/div&gt;&lt;div&gt;&lt;span style=&quot;white-space: pre;&quot;&gt;BQ20Z451&lt;span style=&quot;white-space: pre;&quot;&gt;&#x9;&lt;/span&gt;block 0x76&lt;span style=&quot;white-space: pre;&quot;&gt;&#x9;&lt;span style=&quot;white-space: pre;&quot;&gt;&#x9;&lt;/span&gt;0x21返回???&lt;span style=&quot;white-space: pre;&quot;&gt;&#x9;&lt;/span&gt;&lt;span style=&quot;white-space: pre;&quot;&gt;&#x9;&lt;/span&gt;&lt;span style=&quot;white-space: pre;&quot;&gt;&#x9;&lt;/span&gt;&lt;/span&gt;&lt;/span&gt;&lt;span style=&quot;white-space: pre;&quot;&gt;&lt;span style=&quot;white-space: pre;&quot;&gt;&lt;/span&gt;&lt;span style=&quot;white-space: pre;&quot;&gt;&#x9;&lt;/span&gt;锁码可以读device name&lt;/span&gt;&lt;/div&gt;&lt;div&gt;&lt;br&gt;&lt;/div&gt;&lt;div&gt;&lt;b&gt;[ 00 -&amp;gt; 0x0001 ]&lt;/b&gt;&lt;/div&gt;&lt;div&gt;bq27546&lt;span style=&quot;white-space: pre;&quot;&gt;&#x9;&lt;/span&gt;&lt;span style=&quot;white-space: pre;&quot;&gt;&#x9;Block B&lt;span style=&quot;white-space: pre;&quot;&gt;&#x9;&lt;/span&gt;&lt;span style=&quot;white-space: pre;&quot;&gt;&#x9;&lt;/span&gt;&lt;span style=&quot;white-space: pre;&quot;&gt;&#x9;&lt;/span&gt;0x00 0001返回0x0546&lt;span style=&quot;white-space: pre;&quot;&gt;&#x9;&lt;/span&gt;&lt;span style=&quot;white-space: pre;&quot;&gt;&#x9;&lt;/span&gt;锁码可以读device name&lt;/span&gt;&lt;/div&gt;&lt;div&gt;&lt;br&gt;&lt;/div&gt;" vertex="1">
          <mxGeometry height="174.5" width="570" x="500" y="20" as="geometry" />
        </mxCell>
        <mxCell id="9dQc-XGaAXm8AKphA9NF-75" edge="1" parent="9dQc-XGaAXm8AKphA9NF-1" source="9dQc-XGaAXm8AKphA9NF-76" style="edgeStyle=orthogonalEdgeStyle;rounded=0;orthogonalLoop=1;jettySize=auto;html=1;" target="9dQc-XGaAXm8AKphA9NF-79" value="">
          <mxGeometry relative="1" as="geometry" />
        </mxCell>
        <mxCell id="9dQc-XGaAXm8AKphA9NF-76" parent="9dQc-XGaAXm8AKphA9NF-1" style="rounded=1;whiteSpace=wrap;html=1;" value="读Block 0x21" vertex="1">
          <mxGeometry height="60" width="120" x="155" y="135" as="geometry" />
        </mxCell>
        <mxCell id="9dQc-XGaAXm8AKphA9NF-77" edge="1" parent="9dQc-XGaAXm8AKphA9NF-1" source="9dQc-XGaAXm8AKphA9NF-79" style="edgeStyle=orthogonalEdgeStyle;rounded=0;orthogonalLoop=1;jettySize=auto;html=1;" target="9dQc-XGaAXm8AKphA9NF-84" value="">
          <mxGeometry relative="1" as="geometry" />
        </mxCell>
        <mxCell id="9dQc-XGaAXm8AKphA9NF-78" edge="1" parent="9dQc-XGaAXm8AKphA9NF-1" source="9dQc-XGaAXm8AKphA9NF-79" style="edgeStyle=orthogonalEdgeStyle;rounded=0;orthogonalLoop=1;jettySize=auto;html=1;entryX=0.5;entryY=0;entryDx=0;entryDy=0;" target="9dQc-XGaAXm8AKphA9NF-80">
          <mxGeometry relative="1" as="geometry">
            <Array as="points">
              <mxPoint x="95" y="290" />
            </Array>
          </mxGeometry>
        </mxCell>
        <mxCell id="9dQc-XGaAXm8AKphA9NF-79" parent="9dQc-XGaAXm8AKphA9NF-1" style="rhombus;whiteSpace=wrap;html=1;" value="&lt;div&gt;返回&quot;Volchok&quot;&lt;/div&gt;&lt;div&gt;或&quot;Veridian&quot;?&lt;/div&gt;" vertex="1">
          <mxGeometry height="80" width="120" x="155" y="250" as="geometry" />
        </mxCell>
        <mxCell id="9dQc-XGaAXm8AKphA9NF-80" parent="9dQc-XGaAXm8AKphA9NF-1" style="rounded=1;whiteSpace=wrap;html=1;" value="读block 0x91" vertex="1">
          <mxGeometry height="60" width="120" x="35" y="359" as="geometry" />
        </mxCell>
        <mxCell id="9dQc-XGaAXm8AKphA9NF-81" parent="9dQc-XGaAXm8AKphA9NF-1" style="text;html=1;whiteSpace=wrap;strokeColor=none;fillColor=none;align=center;verticalAlign=middle;rounded=0;" value="是" vertex="1">
          <mxGeometry height="30" width="60" x="95" y="259" as="geometry" />
        </mxCell>
        <mxCell id="9dQc-XGaAXm8AKphA9NF-82" edge="1" parent="9dQc-XGaAXm8AKphA9NF-1" source="9dQc-XGaAXm8AKphA9NF-84" style="edgeStyle=orthogonalEdgeStyle;rounded=0;orthogonalLoop=1;jettySize=auto;html=1;" target="9dQc-XGaAXm8AKphA9NF-85" value="">
          <mxGeometry relative="1" as="geometry" />
        </mxCell>
        <mxCell id="9dQc-XGaAXm8AKphA9NF-83" edge="1" parent="9dQc-XGaAXm8AKphA9NF-1" source="9dQc-XGaAXm8AKphA9NF-84" style="edgeStyle=orthogonalEdgeStyle;rounded=0;orthogonalLoop=1;jettySize=auto;html=1;" target="9dQc-XGaAXm8AKphA9NF-87" value="">
          <mxGeometry relative="1" as="geometry" />
        </mxCell>
        <mxCell id="9dQc-XGaAXm8AKphA9NF-84" parent="9dQc-XGaAXm8AKphA9NF-1" style="rhombus;whiteSpace=wrap;html=1;" value="&lt;div&gt;返回&quot;bq40z651&quot;&lt;/div&gt;&lt;div&gt;或&quot;bq20z451&quot;&lt;/div&gt;" vertex="1">
          <mxGeometry height="80" width="130" x="280" y="339" as="geometry" />
        </mxCell>
        <mxCell id="9dQc-XGaAXm8AKphA9NF-85" parent="9dQc-XGaAXm8AKphA9NF-1" style="whiteSpace=wrap;html=1;" value="读取block 0x76" vertex="1">
          <mxGeometry height="60" width="120" x="155" y="466" as="geometry" />
        </mxCell>
        <mxCell id="9dQc-XGaAXm8AKphA9NF-86" parent="9dQc-XGaAXm8AKphA9NF-1" style="text;html=1;whiteSpace=wrap;strokeColor=none;fillColor=none;align=center;verticalAlign=middle;rounded=0;" value="是" vertex="1">
          <mxGeometry height="30" width="60" x="225" y="351" as="geometry" />
        </mxCell>
        <mxCell id="9dQc-XGaAXm8AKphA9NF-87" parent="9dQc-XGaAXm8AKphA9NF-1" style="whiteSpace=wrap;html=1;" value="读Block B" vertex="1">
          <mxGeometry height="60" width="120" x="415" y="464" as="geometry" />
        </mxCell>
        <mxCell id="9dQc-XGaAXm8AKphA9NF-88" parent="9dQc-XGaAXm8AKphA9NF-1" style="text;html=1;whiteSpace=wrap;strokeColor=none;fillColor=none;align=center;verticalAlign=middle;rounded=0;" value="否" vertex="1">
          <mxGeometry height="30" width="60" x="280" y="259" as="geometry" />
        </mxCell>
        <mxCell id="9dQc-XGaAXm8AKphA9NF-89" parent="9dQc-XGaAXm8AKphA9NF-1" style="text;html=1;whiteSpace=wrap;strokeColor=none;fillColor=none;align=center;verticalAlign=middle;rounded=0;" value="否" vertex="1">
          <mxGeometry height="30" width="60" x="405" y="349" as="geometry" />
        </mxCell>
      </root>
    </mxGraphModel>
  </diagram>
  <diagram name="第 1 页 的副本" id="r-xrkArUSaqQMWdUCquU">
    <mxGraphModel grid="1" page="1" gridSize="10" guides="1" tooltips="1" connect="1" arrows="1" fold="1" pageScale="1" pageWidth="1169" pageHeight="827" background="#FFFFFF" math="0" shadow="0">
      <root>
        <mxCell id="0YfRxUv1tj9zWzMnxWgF-0" />
        <mxCell id="0YfRxUv1tj9zWzMnxWgF-1" parent="0YfRxUv1tj9zWzMnxWgF-0" />
        <mxCell id="0YfRxUv1tj9zWzMnxWgF-2" edge="1" parent="0YfRxUv1tj9zWzMnxWgF-1" source="0YfRxUv1tj9zWzMnxWgF-3" style="edgeStyle=orthogonalEdgeStyle;rounded=0;orthogonalLoop=1;jettySize=auto;html=1;" target="0YfRxUv1tj9zWzMnxWgF-5" value="">
          <mxGeometry relative="1" as="geometry" />
        </mxCell>
        <mxCell id="0YfRxUv1tj9zWzMnxWgF-3" parent="0YfRxUv1tj9zWzMnxWgF-1" style="strokeWidth=2;html=1;shape=mxgraph.flowchart.start_1;whiteSpace=wrap;" value="OP接入电池" vertex="1">
          <mxGeometry height="60" width="100" x="216" y="20" as="geometry" />
        </mxCell>
        <mxCell id="0YfRxUv1tj9zWzMnxWgF-4" edge="1" parent="0YfRxUv1tj9zWzMnxWgF-1" source="0YfRxUv1tj9zWzMnxWgF-5" style="edgeStyle=orthogonalEdgeStyle;rounded=0;orthogonalLoop=1;jettySize=auto;html=1;" target="0YfRxUv1tj9zWzMnxWgF-8" value="">
          <mxGeometry relative="1" as="geometry" />
        </mxCell>
        <mxCell id="0YfRxUv1tj9zWzMnxWgF-5" parent="0YfRxUv1tj9zWzMnxWgF-1" style="rounded=1;whiteSpace=wrap;html=1;absoluteArcSize=1;arcSize=14;strokeWidth=2;" value="读取设备电压" vertex="1">
          <mxGeometry height="50" width="130" x="201" y="126" as="geometry" />
        </mxCell>
        <mxCell id="0YfRxUv1tj9zWzMnxWgF-6" edge="1" parent="0YfRxUv1tj9zWzMnxWgF-1" source="0YfRxUv1tj9zWzMnxWgF-8" style="edgeStyle=orthogonalEdgeStyle;rounded=0;orthogonalLoop=1;jettySize=auto;html=1;" target="0YfRxUv1tj9zWzMnxWgF-12" value="">
          <mxGeometry relative="1" as="geometry" />
        </mxCell>
        <mxCell id="0YfRxUv1tj9zWzMnxWgF-7" edge="1" parent="0YfRxUv1tj9zWzMnxWgF-1" source="0YfRxUv1tj9zWzMnxWgF-8" style="edgeStyle=orthogonalEdgeStyle;rounded=0;orthogonalLoop=1;jettySize=auto;html=1;entryX=0;entryY=0.5;entryDx=0;entryDy=0;" target="0YfRxUv1tj9zWzMnxWgF-5">
          <mxGeometry relative="1" as="geometry">
            <Array as="points">
              <mxPoint x="131" y="252" />
              <mxPoint x="131" y="151" />
            </Array>
            <mxPoint x="411" y="146" as="targetPoint" />
          </mxGeometry>
        </mxCell>
        <mxCell id="0YfRxUv1tj9zWzMnxWgF-8" parent="0YfRxUv1tj9zWzMnxWgF-1" style="strokeWidth=2;html=1;shape=mxgraph.flowchart.decision;whiteSpace=wrap;" value="设备电压 &amp;gt; 3V吗?" vertex="1">
          <mxGeometry height="69" width="130" x="201" y="217" as="geometry" />
        </mxCell>
        <mxCell id="0YfRxUv1tj9zWzMnxWgF-9" parent="0YfRxUv1tj9zWzMnxWgF-1" style="text;html=1;whiteSpace=wrap;strokeColor=none;fillColor=none;align=center;verticalAlign=middle;rounded=0;" value="&lt;div&gt;否&lt;/div&gt;" vertex="1">
          <mxGeometry height="30" width="60" x="141" y="216" as="geometry" />
        </mxCell>
        <mxCell id="0YfRxUv1tj9zWzMnxWgF-10" parent="0YfRxUv1tj9zWzMnxWgF-1" style="text;html=1;whiteSpace=wrap;strokeColor=none;fillColor=none;align=center;verticalAlign=middle;rounded=0;" value="&lt;div&gt;是&lt;/div&gt;" vertex="1">
          <mxGeometry height="30" width="60" x="216" y="286" as="geometry" />
        </mxCell>
        <mxCell id="0YfRxUv1tj9zWzMnxWgF-11" edge="1" parent="0YfRxUv1tj9zWzMnxWgF-1" source="0YfRxUv1tj9zWzMnxWgF-12" style="edgeStyle=orthogonalEdgeStyle;rounded=0;orthogonalLoop=1;jettySize=auto;html=1;" target="0YfRxUv1tj9zWzMnxWgF-14" value="">
          <mxGeometry relative="1" as="geometry" />
        </mxCell>
        <mxCell id="0YfRxUv1tj9zWzMnxWgF-12" parent="0YfRxUv1tj9zWzMnxWgF-1" style="shape=process;whiteSpace=wrap;html=1;backgroundOutline=1;" value="读取电池内码" vertex="1">
          <mxGeometry height="60" width="120" x="206" y="326" as="geometry" />
        </mxCell>
        <mxCell id="0YfRxUv1tj9zWzMnxWgF-13" edge="1" parent="0YfRxUv1tj9zWzMnxWgF-1" source="0YfRxUv1tj9zWzMnxWgF-14" style="edgeStyle=orthogonalEdgeStyle;rounded=0;orthogonalLoop=1;jettySize=auto;html=1;" target="0YfRxUv1tj9zWzMnxWgF-19" value="">
          <mxGeometry relative="1" as="geometry" />
        </mxCell>
        <mxCell id="0YfRxUv1tj9zWzMnxWgF-14" parent="0YfRxUv1tj9zWzMnxWgF-1" style="rounded=1;whiteSpace=wrap;html=1;" value="通过MIS API获取Lab条码" vertex="1">
          <mxGeometry height="60" width="120" x="206" y="426" as="geometry" />
        </mxCell>
        <mxCell id="0YfRxUv1tj9zWzMnxWgF-15" edge="1" parent="0YfRxUv1tj9zWzMnxWgF-1" style="edgeStyle=orthogonalEdgeStyle;rounded=0;orthogonalLoop=1;jettySize=auto;html=1;entryX=0.5;entryY=0;entryDx=0;entryDy=0;entryPerimeter=0;strokeWidth=1;" target="0YfRxUv1tj9zWzMnxWgF-26" value="">
          <mxGeometry relative="1" as="geometry">
            <Array as="points">
              <mxPoint x="276" y="750" />
              <mxPoint x="385" y="750" />
              <mxPoint x="385" y="20" />
              <mxPoint x="780" y="20" />
              <mxPoint x="780" y="59" />
            </Array>
            <mxPoint x="276" y="716" as="sourcePoint" />
            <mxPoint x="793" y="59" as="targetPoint" />
          </mxGeometry>
        </mxCell>
        <mxCell id="0YfRxUv1tj9zWzMnxWgF-16" parent="0YfRxUv1tj9zWzMnxWgF-1" style="rounded=1;whiteSpace=wrap;html=1;" value="通过MIS API获取Route" vertex="1">
          <mxGeometry height="60" width="120" x="206" y="656" as="geometry" />
        </mxCell>
        <mxCell id="0YfRxUv1tj9zWzMnxWgF-17" edge="1" parent="0YfRxUv1tj9zWzMnxWgF-1" source="0YfRxUv1tj9zWzMnxWgF-19" style="edgeStyle=orthogonalEdgeStyle;rounded=0;orthogonalLoop=1;jettySize=auto;html=1;" target="0YfRxUv1tj9zWzMnxWgF-16" value="">
          <mxGeometry relative="1" as="geometry" />
        </mxCell>
        <mxCell id="0YfRxUv1tj9zWzMnxWgF-18" edge="1" parent="0YfRxUv1tj9zWzMnxWgF-1" source="0YfRxUv1tj9zWzMnxWgF-19" style="edgeStyle=orthogonalEdgeStyle;rounded=0;orthogonalLoop=1;jettySize=auto;html=1;" value="">
          <mxGeometry relative="1" as="geometry">
            <mxPoint x="141" y="566" as="targetPoint" />
          </mxGeometry>
        </mxCell>
        <mxCell id="0YfRxUv1tj9zWzMnxWgF-19" parent="0YfRxUv1tj9zWzMnxWgF-1" style="rhombus;whiteSpace=wrap;html=1;" value="获取到了Lab条码?" vertex="1">
          <mxGeometry height="80" width="125" x="203.5" y="526" as="geometry" />
        </mxCell>
        <mxCell id="0YfRxUv1tj9zWzMnxWgF-20" parent="0YfRxUv1tj9zWzMnxWgF-1" style="text;html=1;whiteSpace=wrap;strokeColor=none;fillColor=none;align=center;verticalAlign=middle;rounded=0;" value="是" vertex="1">
          <mxGeometry height="30" width="60" x="216" y="616" as="geometry" />
        </mxCell>
        <mxCell id="0YfRxUv1tj9zWzMnxWgF-21" edge="1" parent="0YfRxUv1tj9zWzMnxWgF-1" style="edgeStyle=orthogonalEdgeStyle;rounded=0;orthogonalLoop=1;jettySize=auto;html=1;" target="0YfRxUv1tj9zWzMnxWgF-23" value="">
          <mxGeometry relative="1" as="geometry">
            <mxPoint x="81" y="596" as="sourcePoint" />
          </mxGeometry>
        </mxCell>
        <mxCell id="0YfRxUv1tj9zWzMnxWgF-22" parent="0YfRxUv1tj9zWzMnxWgF-1" style="shape=process;whiteSpace=wrap;html=1;backgroundOutline=1;fillColor=#f8cecc;strokeColor=#b85450;" value="单机程式, 要审核?" vertex="1">
          <mxGeometry height="60" width="120" x="20" y="536" as="geometry" />
        </mxCell>
        <mxCell id="0YfRxUv1tj9zWzMnxWgF-23" parent="0YfRxUv1tj9zWzMnxWgF-1" style="strokeWidth=2;html=1;shape=mxgraph.flowchart.terminator;whiteSpace=wrap;" value="结束" vertex="1">
          <mxGeometry height="60" width="100" x="31" y="656" as="geometry" />
        </mxCell>
        <mxCell id="0YfRxUv1tj9zWzMnxWgF-24" edge="1" parent="0YfRxUv1tj9zWzMnxWgF-1" source="0YfRxUv1tj9zWzMnxWgF-26" style="edgeStyle=orthogonalEdgeStyle;rounded=0;orthogonalLoop=1;jettySize=auto;html=1;exitX=0;exitY=0.5;exitDx=0;exitDy=0;exitPerimeter=0;" target="0YfRxUv1tj9zWzMnxWgF-29" value="">
          <mxGeometry relative="1" as="geometry">
            <mxPoint x="595" y="129" as="sourcePoint" />
          </mxGeometry>
        </mxCell>
        <mxCell id="0YfRxUv1tj9zWzMnxWgF-25" edge="1" parent="0YfRxUv1tj9zWzMnxWgF-1" source="0YfRxUv1tj9zWzMnxWgF-26" style="edgeStyle=orthogonalEdgeStyle;rounded=0;orthogonalLoop=1;jettySize=auto;html=1;" target="0YfRxUv1tj9zWzMnxWgF-34" value="">
          <mxGeometry relative="1" as="geometry" />
        </mxCell>
        <mxCell id="0YfRxUv1tj9zWzMnxWgF-26" parent="0YfRxUv1tj9zWzMnxWgF-1" style="strokeWidth=2;html=1;shape=mxgraph.flowchart.decision;whiteSpace=wrap;" value="&lt;div&gt;TE系统中有&lt;/div&gt;&lt;div&gt;Learning记录?&lt;/div&gt;" vertex="1">
          <mxGeometry height="80" width="140" x="710" y="66" as="geometry" />
        </mxCell>
        <mxCell id="0YfRxUv1tj9zWzMnxWgF-27" edge="1" parent="0YfRxUv1tj9zWzMnxWgF-1" source="0YfRxUv1tj9zWzMnxWgF-29" style="edgeStyle=orthogonalEdgeStyle;rounded=0;orthogonalLoop=1;jettySize=auto;html=1;entryX=0.5;entryY=0;entryDx=0;entryDy=0;exitX=1;exitY=0.5;exitDx=0;exitDy=0;exitPerimeter=0;" target="0YfRxUv1tj9zWzMnxWgF-49">
          <mxGeometry relative="1" as="geometry" />
        </mxCell>
        <mxCell id="0YfRxUv1tj9zWzMnxWgF-28" edge="1" parent="0YfRxUv1tj9zWzMnxWgF-1" source="0YfRxUv1tj9zWzMnxWgF-29" style="edgeStyle=orthogonalEdgeStyle;rounded=0;orthogonalLoop=1;jettySize=auto;html=1;entryX=0.5;entryY=0;entryDx=0;entryDy=0;" target="0YfRxUv1tj9zWzMnxWgF-38">
          <mxGeometry relative="1" as="geometry">
            <Array as="points">
              <mxPoint x="464" y="229" />
            </Array>
          </mxGeometry>
        </mxCell>
        <mxCell id="0YfRxUv1tj9zWzMnxWgF-29" parent="0YfRxUv1tj9zWzMnxWgF-1" style="strokeWidth=2;html=1;shape=mxgraph.flowchart.decision;whiteSpace=wrap;" value="&lt;div&gt;Learning file names里面&lt;/div&gt;&lt;div&gt;有start关键字?&lt;/div&gt;" vertex="1">
          <mxGeometry height="100" width="170" x="510" y="179" as="geometry" />
        </mxCell>
        <mxCell id="0YfRxUv1tj9zWzMnxWgF-30" parent="0YfRxUv1tj9zWzMnxWgF-1" style="text;html=1;whiteSpace=wrap;strokeColor=none;fillColor=none;align=center;verticalAlign=middle;rounded=0;" value="否" vertex="1">
          <mxGeometry height="30" width="60" x="642.5" y="111" as="geometry" />
        </mxCell>
        <mxCell id="0YfRxUv1tj9zWzMnxWgF-31" parent="0YfRxUv1tj9zWzMnxWgF-1" style="text;html=1;whiteSpace=wrap;strokeColor=none;fillColor=none;align=center;verticalAlign=middle;rounded=0;" value="是" vertex="1">
          <mxGeometry height="30" width="60" x="850" y="104" as="geometry" />
        </mxCell>
        <mxCell id="0YfRxUv1tj9zWzMnxWgF-32" edge="1" parent="0YfRxUv1tj9zWzMnxWgF-1" source="0YfRxUv1tj9zWzMnxWgF-34" style="edgeStyle=orthogonalEdgeStyle;rounded=0;orthogonalLoop=1;jettySize=auto;html=1;" target="0YfRxUv1tj9zWzMnxWgF-35" value="">
          <mxGeometry relative="1" as="geometry">
            <Array as="points">
              <mxPoint x="860" y="219" />
            </Array>
          </mxGeometry>
        </mxCell>
        <mxCell id="0YfRxUv1tj9zWzMnxWgF-33" edge="1" parent="0YfRxUv1tj9zWzMnxWgF-1" source="0YfRxUv1tj9zWzMnxWgF-34" style="edgeStyle=orthogonalEdgeStyle;rounded=0;orthogonalLoop=1;jettySize=auto;html=1;entryX=1;entryY=0.5;entryDx=0;entryDy=0;" target="0YfRxUv1tj9zWzMnxWgF-45">
          <mxGeometry relative="1" as="geometry">
            <Array as="points">
              <mxPoint x="1070" y="219" />
              <mxPoint x="1070" y="10" />
              <mxPoint x="1461" y="10" />
              <mxPoint x="1461" y="121" />
            </Array>
          </mxGeometry>
        </mxCell>
        <mxCell id="0YfRxUv1tj9zWzMnxWgF-34" parent="0YfRxUv1tj9zWzMnxWgF-1" style="rhombus;whiteSpace=wrap;html=1;" value="当前cycle区间跑完了?" vertex="1">
          <mxGeometry height="80" width="160" x="877" y="179" as="geometry" />
        </mxCell>
        <mxCell id="0YfRxUv1tj9zWzMnxWgF-35" parent="0YfRxUv1tj9zWzMnxWgF-1" style="rounded=1;whiteSpace=wrap;html=1;fillColor=#d5e8d4;strokeColor=#82b366;" value="手动接续" vertex="1">
          <mxGeometry height="60" width="120" x="800" y="291" as="geometry" />
        </mxCell>
        <mxCell id="0YfRxUv1tj9zWzMnxWgF-36" parent="0YfRxUv1tj9zWzMnxWgF-1" style="text;html=1;whiteSpace=wrap;strokeColor=none;fillColor=none;align=center;verticalAlign=middle;rounded=0;" value="没跑完" vertex="1">
          <mxGeometry height="30" width="60" x="860" y="238" as="geometry" />
        </mxCell>
        <mxCell id="0YfRxUv1tj9zWzMnxWgF-37" edge="1" parent="0YfRxUv1tj9zWzMnxWgF-1" source="0YfRxUv1tj9zWzMnxWgF-38" style="edgeStyle=orthogonalEdgeStyle;rounded=0;orthogonalLoop=1;jettySize=auto;html=1;entryX=0.5;entryY=0;entryDx=0;entryDy=0;exitX=0.5;exitY=1;exitDx=0;exitDy=0;" target="0YfRxUv1tj9zWzMnxWgF-42">
          <mxGeometry relative="1" as="geometry">
            <Array as="points">
              <mxPoint x="470" y="390" />
              <mxPoint x="692" y="390" />
            </Array>
          </mxGeometry>
        </mxCell>
        <mxCell id="0YfRxUv1tj9zWzMnxWgF-38" parent="0YfRxUv1tj9zWzMnxWgF-1" style="rounded=1;whiteSpace=wrap;html=1;fillColor=#d5e8d4;strokeColor=#82b366;" value="跑start learning档" vertex="1">
          <mxGeometry height="60" width="120" x="404" y="288" as="geometry" />
        </mxCell>
        <mxCell id="0YfRxUv1tj9zWzMnxWgF-39" parent="0YfRxUv1tj9zWzMnxWgF-1" style="text;html=1;whiteSpace=wrap;strokeColor=none;fillColor=none;align=center;verticalAlign=middle;rounded=0;" value="是" vertex="1">
          <mxGeometry height="30" width="60" x="464" y="226" as="geometry" />
        </mxCell>
        <mxCell id="0YfRxUv1tj9zWzMnxWgF-40" edge="1" parent="0YfRxUv1tj9zWzMnxWgF-1" source="0YfRxUv1tj9zWzMnxWgF-42" style="edgeStyle=orthogonalEdgeStyle;rounded=0;orthogonalLoop=1;jettySize=auto;html=1;entryX=0.5;entryY=0;entryDx=0;entryDy=0;strokeWidth=1;exitX=1;exitY=0.5;exitDx=0;exitDy=0;" target="0YfRxUv1tj9zWzMnxWgF-45">
          <mxGeometry relative="1" as="geometry">
            <Array as="points">
              <mxPoint x="1140" y="500" />
              <mxPoint x="1140" y="30" />
              <mxPoint x="1381" y="30" />
            </Array>
            <mxPoint x="800" y="500" as="sourcePoint" />
          </mxGeometry>
        </mxCell>
        <mxCell id="0YfRxUv1tj9zWzMnxWgF-41" edge="1" parent="0YfRxUv1tj9zWzMnxWgF-1" source="0YfRxUv1tj9zWzMnxWgF-42" style="edgeStyle=orthogonalEdgeStyle;rounded=0;orthogonalLoop=1;jettySize=auto;html=1;" target="0YfRxUv1tj9zWzMnxWgF-91" value="">
          <mxGeometry relative="1" as="geometry" />
        </mxCell>
        <mxCell id="0YfRxUv1tj9zWzMnxWgF-42" parent="0YfRxUv1tj9zWzMnxWgF-1" style="rhombus;whiteSpace=wrap;html=1;" value="&lt;div&gt;刚跑完的learning档名字中&lt;/div&gt;&lt;div&gt;含有量厚度关键字?&lt;/div&gt;" vertex="1">
          <mxGeometry height="80" width="205" x="590" y="460" as="geometry" />
        </mxCell>
        <mxCell id="0YfRxUv1tj9zWzMnxWgF-43" parent="0YfRxUv1tj9zWzMnxWgF-1" style="text;html=1;whiteSpace=wrap;strokeColor=none;fillColor=none;align=center;verticalAlign=middle;rounded=0;" value="&lt;div&gt;含&lt;/div&gt;" vertex="1">
          <mxGeometry height="30" width="60" x="530" y="500" as="geometry" />
        </mxCell>
        <mxCell id="0YfRxUv1tj9zWzMnxWgF-44" edge="1" parent="0YfRxUv1tj9zWzMnxWgF-1" source="0YfRxUv1tj9zWzMnxWgF-45" style="edgeStyle=orthogonalEdgeStyle;rounded=0;orthogonalLoop=1;jettySize=auto;html=1;" target="0YfRxUv1tj9zWzMnxWgF-54" value="">
          <mxGeometry relative="1" as="geometry" />
        </mxCell>
        <mxCell id="0YfRxUv1tj9zWzMnxWgF-45" parent="0YfRxUv1tj9zWzMnxWgF-1" style="rounded=1;whiteSpace=wrap;html=1;fillColor=#d5e8d4;strokeColor=#82b366;" value="自动跑下一个cycle区间" vertex="1">
          <mxGeometry height="60" width="120" x="1321" y="91" as="geometry" />
        </mxCell>
        <mxCell id="0YfRxUv1tj9zWzMnxWgF-46" parent="0YfRxUv1tj9zWzMnxWgF-1" style="text;html=1;whiteSpace=wrap;strokeColor=none;fillColor=none;align=center;verticalAlign=middle;rounded=0;" value="否" vertex="1">
          <mxGeometry height="30" width="60" x="146" y="536" as="geometry" />
        </mxCell>
        <mxCell id="0YfRxUv1tj9zWzMnxWgF-47" parent="0YfRxUv1tj9zWzMnxWgF-1" style="text;html=1;whiteSpace=wrap;strokeColor=none;fillColor=none;align=center;verticalAlign=middle;rounded=0;" value="跑完了" vertex="1">
          <mxGeometry height="30" width="60" x="1020" y="233.5" as="geometry" />
        </mxCell>
        <mxCell id="0YfRxUv1tj9zWzMnxWgF-48" edge="1" parent="0YfRxUv1tj9zWzMnxWgF-1" source="0YfRxUv1tj9zWzMnxWgF-49" style="edgeStyle=orthogonalEdgeStyle;rounded=0;orthogonalLoop=1;jettySize=auto;html=1;entryX=0.5;entryY=0;entryDx=0;entryDy=0;exitX=0.5;exitY=1;exitDx=0;exitDy=0;" target="0YfRxUv1tj9zWzMnxWgF-42">
          <mxGeometry relative="1" as="geometry">
            <Array as="points">
              <mxPoint x="725" y="390" />
              <mxPoint x="692" y="390" />
            </Array>
          </mxGeometry>
        </mxCell>
        <mxCell id="0YfRxUv1tj9zWzMnxWgF-49" parent="0YfRxUv1tj9zWzMnxWgF-1" style="rounded=1;whiteSpace=wrap;html=1;fillColor=#d5e8d4;strokeColor=#82b366;" value="跑cycle1 learning档" vertex="1">
          <mxGeometry height="60" width="120" x="665" y="290" as="geometry" />
        </mxCell>
        <mxCell id="0YfRxUv1tj9zWzMnxWgF-50" parent="0YfRxUv1tj9zWzMnxWgF-1" style="text;html=1;whiteSpace=wrap;strokeColor=none;fillColor=none;align=center;verticalAlign=middle;rounded=0;" value="否" vertex="1">
          <mxGeometry height="30" width="60" x="665" y="224" as="geometry" />
        </mxCell>
        <mxCell id="0YfRxUv1tj9zWzMnxWgF-51" parent="0YfRxUv1tj9zWzMnxWgF-1" style="text;html=1;whiteSpace=wrap;strokeColor=none;fillColor=none;align=center;verticalAlign=middle;rounded=0;" value="不含" vertex="1">
          <mxGeometry height="30" width="60" x="800" y="500" as="geometry" />
        </mxCell>
        <mxCell id="0YfRxUv1tj9zWzMnxWgF-52" edge="1" parent="0YfRxUv1tj9zWzMnxWgF-1" source="0YfRxUv1tj9zWzMnxWgF-54" style="edgeStyle=orthogonalEdgeStyle;rounded=0;orthogonalLoop=1;jettySize=auto;html=1;" target="0YfRxUv1tj9zWzMnxWgF-60" value="">
          <mxGeometry relative="1" as="geometry" />
        </mxCell>
        <mxCell id="0YfRxUv1tj9zWzMnxWgF-53" edge="1" parent="0YfRxUv1tj9zWzMnxWgF-1" source="0YfRxUv1tj9zWzMnxWgF-54" style="edgeStyle=orthogonalEdgeStyle;rounded=0;orthogonalLoop=1;jettySize=auto;html=1;" target="0YfRxUv1tj9zWzMnxWgF-57" value="">
          <mxGeometry relative="1" as="geometry" />
        </mxCell>
        <mxCell id="0YfRxUv1tj9zWzMnxWgF-54" parent="0YfRxUv1tj9zWzMnxWgF-1" style="rhombus;whiteSpace=wrap;html=1;" value="&lt;div&gt;刚跑完的learning档名字中&lt;/div&gt;&lt;div&gt;含有量厚度关键字?&lt;/div&gt;" vertex="1">
          <mxGeometry height="80" width="205" x="1278.5" y="199" as="geometry" />
        </mxCell>
        <mxCell id="0YfRxUv1tj9zWzMnxWgF-55" parent="0YfRxUv1tj9zWzMnxWgF-1" style="text;html=1;whiteSpace=wrap;strokeColor=none;fillColor=none;align=center;verticalAlign=middle;rounded=0;" value="含" vertex="1">
          <mxGeometry height="30" width="60" x="1500" y="246" as="geometry" />
        </mxCell>
        <mxCell id="0YfRxUv1tj9zWzMnxWgF-56" parent="0YfRxUv1tj9zWzMnxWgF-1" style="text;html=1;whiteSpace=wrap;strokeColor=none;fillColor=none;align=center;verticalAlign=middle;rounded=0;" value="不含" vertex="1">
          <mxGeometry height="30" width="60" x="1321" y="281" as="geometry" />
        </mxCell>
        <mxCell id="0YfRxUv1tj9zWzMnxWgF-57" parent="0YfRxUv1tj9zWzMnxWgF-1" style="strokeWidth=2;html=1;shape=mxgraph.flowchart.start_1;whiteSpace=wrap;" value="&lt;div&gt;提示OP量厚度&lt;/div&gt;" vertex="1">
          <mxGeometry height="60" width="100" x="1580" y="209" as="geometry" />
        </mxCell>
        <mxCell id="0YfRxUv1tj9zWzMnxWgF-58" edge="1" parent="0YfRxUv1tj9zWzMnxWgF-1" source="0YfRxUv1tj9zWzMnxWgF-60" style="edgeStyle=orthogonalEdgeStyle;rounded=0;orthogonalLoop=1;jettySize=auto;html=1;" target="0YfRxUv1tj9zWzMnxWgF-65" value="">
          <mxGeometry relative="1" as="geometry" />
        </mxCell>
        <mxCell id="0YfRxUv1tj9zWzMnxWgF-59" edge="1" parent="0YfRxUv1tj9zWzMnxWgF-1" source="0YfRxUv1tj9zWzMnxWgF-60" style="edgeStyle=orthogonalEdgeStyle;rounded=0;orthogonalLoop=1;jettySize=auto;html=1;entryX=0;entryY=0.5;entryDx=0;entryDy=0;" target="0YfRxUv1tj9zWzMnxWgF-45">
          <mxGeometry relative="1" as="geometry">
            <Array as="points">
              <mxPoint x="1250" y="379" />
              <mxPoint x="1250" y="121" />
            </Array>
          </mxGeometry>
        </mxCell>
        <mxCell id="0YfRxUv1tj9zWzMnxWgF-60" parent="0YfRxUv1tj9zWzMnxWgF-1" style="rhombus;whiteSpace=wrap;html=1;" value="所有cycle区间都跑完了?" vertex="1">
          <mxGeometry height="80" width="151" x="1305.5" y="339" as="geometry" />
        </mxCell>
        <mxCell id="0YfRxUv1tj9zWzMnxWgF-61" parent="0YfRxUv1tj9zWzMnxWgF-1" style="text;html=1;whiteSpace=wrap;strokeColor=none;fillColor=none;align=center;verticalAlign=middle;rounded=0;" value="没有都跑完" vertex="1">
          <mxGeometry height="30" width="65.5" x="1240" y="380" as="geometry" />
        </mxCell>
        <mxCell id="0YfRxUv1tj9zWzMnxWgF-62" parent="0YfRxUv1tj9zWzMnxWgF-1" style="strokeWidth=2;html=1;shape=mxgraph.flowchart.terminator;whiteSpace=wrap;" value="结束" vertex="1">
          <mxGeometry height="60" width="100" x="1331" y="719" as="geometry" />
        </mxCell>
        <mxCell id="0YfRxUv1tj9zWzMnxWgF-63" parent="0YfRxUv1tj9zWzMnxWgF-1" style="text;html=1;whiteSpace=wrap;strokeColor=none;fillColor=none;align=center;verticalAlign=middle;rounded=0;" value="都跑完了" vertex="1">
          <mxGeometry height="30" width="60" x="1322" y="436" as="geometry" />
        </mxCell>
        <mxCell id="0YfRxUv1tj9zWzMnxWgF-64" edge="1" parent="0YfRxUv1tj9zWzMnxWgF-1" source="0YfRxUv1tj9zWzMnxWgF-65" style="edgeStyle=orthogonalEdgeStyle;rounded=0;orthogonalLoop=1;jettySize=auto;html=1;" target="0YfRxUv1tj9zWzMnxWgF-67" value="">
          <mxGeometry relative="1" as="geometry" />
        </mxCell>
        <mxCell id="0YfRxUv1tj9zWzMnxWgF-65" parent="0YfRxUv1tj9zWzMnxWgF-1" style="rhombus;whiteSpace=wrap;html=1;" value="&lt;div&gt;learning files names&lt;/div&gt;&lt;div&gt;含End关键字?&lt;/div&gt;" vertex="1">
          <mxGeometry height="80" width="151" x="1305.5" y="479" as="geometry" />
        </mxCell>
        <mxCell id="0YfRxUv1tj9zWzMnxWgF-66" edge="1" parent="0YfRxUv1tj9zWzMnxWgF-1" source="0YfRxUv1tj9zWzMnxWgF-67" style="edgeStyle=orthogonalEdgeStyle;rounded=0;orthogonalLoop=1;jettySize=auto;html=1;" target="0YfRxUv1tj9zWzMnxWgF-62" value="">
          <mxGeometry relative="1" as="geometry" />
        </mxCell>
        <mxCell id="0YfRxUv1tj9zWzMnxWgF-67" parent="0YfRxUv1tj9zWzMnxWgF-1" style="rounded=1;whiteSpace=wrap;html=1;fillColor=#d5e8d4;strokeColor=#82b366;" value="跑end learning档" vertex="1">
          <mxGeometry height="60" width="120" x="1321.5" y="609" as="geometry" />
        </mxCell>
        <mxCell id="0YfRxUv1tj9zWzMnxWgF-68" parent="0YfRxUv1tj9zWzMnxWgF-1" style="text;html=1;whiteSpace=wrap;strokeColor=none;fillColor=none;align=center;verticalAlign=middle;rounded=0;" value="含" vertex="1">
          <mxGeometry height="30" width="60" x="1331.5" y="569" as="geometry" />
        </mxCell>
        <mxCell id="0YfRxUv1tj9zWzMnxWgF-69" edge="1" parent="0YfRxUv1tj9zWzMnxWgF-1" source="0YfRxUv1tj9zWzMnxWgF-65" style="edgeStyle=orthogonalEdgeStyle;rounded=0;orthogonalLoop=1;jettySize=auto;html=1;entryX=1;entryY=0.5;entryDx=0;entryDy=0;entryPerimeter=0;" target="0YfRxUv1tj9zWzMnxWgF-62">
          <mxGeometry relative="1" as="geometry">
            <Array as="points">
              <mxPoint x="1511.5" y="519" />
              <mxPoint x="1511.5" y="749" />
            </Array>
          </mxGeometry>
        </mxCell>
        <mxCell id="0YfRxUv1tj9zWzMnxWgF-70" parent="0YfRxUv1tj9zWzMnxWgF-1" style="text;html=1;whiteSpace=wrap;strokeColor=none;fillColor=none;align=center;verticalAlign=middle;rounded=0;" value="不含" vertex="1">
          <mxGeometry height="30" width="60" x="1446.5" y="489" as="geometry" />
        </mxCell>
        <mxCell id="0YfRxUv1tj9zWzMnxWgF-71" edge="1" parent="0YfRxUv1tj9zWzMnxWgF-1" source="0YfRxUv1tj9zWzMnxWgF-72" style="edgeStyle=orthogonalEdgeStyle;rounded=0;orthogonalLoop=1;jettySize=auto;html=1;" target="0YfRxUv1tj9zWzMnxWgF-76" value="">
          <mxGeometry relative="1" as="geometry" />
        </mxCell>
        <mxCell id="0YfRxUv1tj9zWzMnxWgF-72" parent="0YfRxUv1tj9zWzMnxWgF-1" style="strokeWidth=2;html=1;shape=mxgraph.flowchart.start_1;whiteSpace=wrap;" value="接入电池" vertex="1">
          <mxGeometry height="60" width="100" x="1890" y="51" as="geometry" />
        </mxCell>
        <mxCell id="0YfRxUv1tj9zWzMnxWgF-73" parent="0YfRxUv1tj9zWzMnxWgF-1" style="text;html=1;whiteSpace=wrap;strokeColor=none;fillColor=none;align=center;verticalAlign=middle;rounded=0;fontStyle=1;strokeWidth=3;labelBackgroundColor=light-dark(#400040, #ededed);fontColor=light-dark(#ffffff, #ededed);fontSize=22;" value="读电池内码流程" vertex="1">
          <mxGeometry height="30" width="30" x="1753" y="99" as="geometry" />
        </mxCell>
        <mxCell id="0YfRxUv1tj9zWzMnxWgF-74" parent="0YfRxUv1tj9zWzMnxWgF-1" style="text;html=1;whiteSpace=wrap;strokeColor=#d79b00;fillColor=#ffe6cc;align=left;verticalAlign=top;rounded=0;fontSize=14;labelBackgroundColor=none;" value="&lt;div&gt;&lt;b&gt;[ 0x21命令 ]&lt;/b&gt;&lt;/div&gt;&lt;div&gt;Volchok&lt;span style=&quot;white-space: pre;&quot;&gt;&#x9;&lt;/span&gt;&lt;span style=&quot;white-space: pre;&quot;&gt;&#x9;&lt;/span&gt;block 0x91&lt;span style=&quot;white-space: pre;&quot;&gt;&#x9;&lt;/span&gt;Volchok&lt;/div&gt;&lt;div&gt;Veridian&lt;span style=&quot;white-space: pre;&quot;&gt;&lt;span style=&quot;white-space: pre;&quot;&gt;&#x9;&lt;/span&gt;&lt;span style=&quot;white-space: pre;&quot;&gt;&#x9;&lt;/span&gt;block 0x91&#x9;Veridian&lt;/span&gt;&lt;/div&gt;&lt;div&gt;BQ40Z651&lt;span style=&quot;white-space: pre;&quot;&gt;&#x9;block 0x76&lt;/span&gt;&lt;span style=&quot;white-space: pre;&quot;&gt;&#x9;????&lt;span style=&quot;white-space: pre;&quot;&gt;&#x9;&lt;/span&gt;&lt;span style=&quot;white-space: pre;&quot;&gt;&#x9;&lt;/span&gt;锁码能不能读?&lt;/span&gt;&lt;/div&gt;&lt;div&gt;&lt;span style=&quot;white-space: pre;&quot;&gt;BQ20Z451&lt;span style=&quot;white-space: pre;&quot;&gt;&#x9;&lt;/span&gt;block 0x76&lt;span style=&quot;white-space: pre;&quot;&gt;&#x9;???&lt;span style=&quot;white-space: pre;&quot;&gt;&#x9;&lt;/span&gt;&lt;span style=&quot;white-space: pre;&quot;&gt;&#x9;&lt;/span&gt;&lt;span style=&quot;white-space: pre;&quot;&gt;&#x9;&lt;/span&gt;锁码能不能读?&lt;/span&gt;&lt;/span&gt;&lt;/div&gt;&lt;div&gt;&lt;br&gt;&lt;/div&gt;&lt;div&gt;&lt;b&gt;[ 00 -&amp;gt; 0x0001 ]&lt;/b&gt;&lt;/div&gt;&lt;div&gt;bq27546&lt;span style=&quot;white-space: pre;&quot;&gt;&#x9;&lt;/span&gt;&lt;span style=&quot;white-space: pre;&quot;&gt;&#x9;Block B&lt;span style=&quot;white-space: pre;&quot;&gt;&#x9;&lt;/span&gt;&lt;span style=&quot;white-space: pre;&quot;&gt;&#x9;&lt;/span&gt;0x0546&lt;span style=&quot;white-space: pre;&quot;&gt;&#x9;&lt;/span&gt;&lt;span style=&quot;white-space: pre;&quot;&gt;&#x9;&lt;/span&gt;锁码可以读device name&lt;/span&gt;&lt;/div&gt;&lt;div&gt;&lt;br&gt;&lt;/div&gt;" vertex="1">
          <mxGeometry height="174.5" width="470" x="2260" y="59" as="geometry" />
        </mxCell>
        <mxCell id="0YfRxUv1tj9zWzMnxWgF-75" edge="1" parent="0YfRxUv1tj9zWzMnxWgF-1" source="0YfRxUv1tj9zWzMnxWgF-76" style="edgeStyle=orthogonalEdgeStyle;rounded=0;orthogonalLoop=1;jettySize=auto;html=1;" target="0YfRxUv1tj9zWzMnxWgF-79" value="">
          <mxGeometry relative="1" as="geometry" />
        </mxCell>
        <mxCell id="0YfRxUv1tj9zWzMnxWgF-76" parent="0YfRxUv1tj9zWzMnxWgF-1" style="rounded=1;whiteSpace=wrap;html=1;" value="读Block 0x21" vertex="1">
          <mxGeometry height="60" width="120" x="1880" y="166" as="geometry" />
        </mxCell>
        <mxCell id="0YfRxUv1tj9zWzMnxWgF-77" edge="1" parent="0YfRxUv1tj9zWzMnxWgF-1" source="0YfRxUv1tj9zWzMnxWgF-79" style="edgeStyle=orthogonalEdgeStyle;rounded=0;orthogonalLoop=1;jettySize=auto;html=1;" target="0YfRxUv1tj9zWzMnxWgF-84" value="">
          <mxGeometry relative="1" as="geometry" />
        </mxCell>
        <mxCell id="0YfRxUv1tj9zWzMnxWgF-78" edge="1" parent="0YfRxUv1tj9zWzMnxWgF-1" source="0YfRxUv1tj9zWzMnxWgF-79" style="edgeStyle=orthogonalEdgeStyle;rounded=0;orthogonalLoop=1;jettySize=auto;html=1;entryX=0.5;entryY=0;entryDx=0;entryDy=0;" target="0YfRxUv1tj9zWzMnxWgF-80">
          <mxGeometry relative="1" as="geometry">
            <Array as="points">
              <mxPoint x="1820" y="321" />
            </Array>
          </mxGeometry>
        </mxCell>
        <mxCell id="0YfRxUv1tj9zWzMnxWgF-79" parent="0YfRxUv1tj9zWzMnxWgF-1" style="rhombus;whiteSpace=wrap;html=1;" value="&lt;div&gt;返回&quot;Volchok&quot;&lt;/div&gt;&lt;div&gt;或&quot;Veridian&quot;?&lt;/div&gt;" vertex="1">
          <mxGeometry height="80" width="120" x="1880" y="281" as="geometry" />
        </mxCell>
        <mxCell id="0YfRxUv1tj9zWzMnxWgF-80" parent="0YfRxUv1tj9zWzMnxWgF-1" style="rounded=1;whiteSpace=wrap;html=1;" value="读block 0x91" vertex="1">
          <mxGeometry height="60" width="120" x="1760" y="390" as="geometry" />
        </mxCell>
        <mxCell id="0YfRxUv1tj9zWzMnxWgF-81" parent="0YfRxUv1tj9zWzMnxWgF-1" style="text;html=1;whiteSpace=wrap;strokeColor=none;fillColor=none;align=center;verticalAlign=middle;rounded=0;" value="是" vertex="1">
          <mxGeometry height="30" width="60" x="1820" y="290" as="geometry" />
        </mxCell>
        <mxCell id="0YfRxUv1tj9zWzMnxWgF-82" edge="1" parent="0YfRxUv1tj9zWzMnxWgF-1" source="0YfRxUv1tj9zWzMnxWgF-84" style="edgeStyle=orthogonalEdgeStyle;rounded=0;orthogonalLoop=1;jettySize=auto;html=1;" target="0YfRxUv1tj9zWzMnxWgF-85" value="">
          <mxGeometry relative="1" as="geometry" />
        </mxCell>
        <mxCell id="0YfRxUv1tj9zWzMnxWgF-83" edge="1" parent="0YfRxUv1tj9zWzMnxWgF-1" source="0YfRxUv1tj9zWzMnxWgF-84" style="edgeStyle=orthogonalEdgeStyle;rounded=0;orthogonalLoop=1;jettySize=auto;html=1;" target="0YfRxUv1tj9zWzMnxWgF-87" value="">
          <mxGeometry relative="1" as="geometry" />
        </mxCell>
        <mxCell id="0YfRxUv1tj9zWzMnxWgF-84" parent="0YfRxUv1tj9zWzMnxWgF-1" style="rhombus;whiteSpace=wrap;html=1;" value="&lt;div&gt;返回&quot;bq40z651&quot;&lt;/div&gt;&lt;div&gt;或&quot;bq20z451&quot;&lt;/div&gt;" vertex="1">
          <mxGeometry height="80" width="130" x="2005" y="370" as="geometry" />
        </mxCell>
        <mxCell id="0YfRxUv1tj9zWzMnxWgF-85" parent="0YfRxUv1tj9zWzMnxWgF-1" style="whiteSpace=wrap;html=1;" value="读取block 0x76" vertex="1">
          <mxGeometry height="60" width="120" x="1880" y="497" as="geometry" />
        </mxCell>
        <mxCell id="0YfRxUv1tj9zWzMnxWgF-86" parent="0YfRxUv1tj9zWzMnxWgF-1" style="text;html=1;whiteSpace=wrap;strokeColor=none;fillColor=none;align=center;verticalAlign=middle;rounded=0;" value="是" vertex="1">
          <mxGeometry height="30" width="60" x="1950" y="382" as="geometry" />
        </mxCell>
        <mxCell id="0YfRxUv1tj9zWzMnxWgF-87" parent="0YfRxUv1tj9zWzMnxWgF-1" style="whiteSpace=wrap;html=1;" value="读Block B" vertex="1">
          <mxGeometry height="60" width="120" x="2140" y="495" as="geometry" />
        </mxCell>
        <mxCell id="0YfRxUv1tj9zWzMnxWgF-88" parent="0YfRxUv1tj9zWzMnxWgF-1" style="text;html=1;whiteSpace=wrap;strokeColor=none;fillColor=none;align=center;verticalAlign=middle;rounded=0;" value="否" vertex="1">
          <mxGeometry height="30" width="60" x="2005" y="290" as="geometry" />
        </mxCell>
        <mxCell id="0YfRxUv1tj9zWzMnxWgF-89" parent="0YfRxUv1tj9zWzMnxWgF-1" style="text;html=1;whiteSpace=wrap;strokeColor=none;fillColor=none;align=center;verticalAlign=middle;rounded=0;" value="否" vertex="1">
          <mxGeometry height="30" width="60" x="2130" y="380" as="geometry" />
        </mxCell>
        <mxCell id="0YfRxUv1tj9zWzMnxWgF-90" parent="0YfRxUv1tj9zWzMnxWgF-1" style="text;html=1;whiteSpace=wrap;strokeColor=none;fillColor=none;align=center;verticalAlign=middle;rounded=0;fontStyle=1;fontSize=22;fontColor=light-dark(#ffffff, #ededed);strokeWidth=3;labelBackgroundColor=#000000;" value="主流程" vertex="1">
          <mxGeometry height="30" width="30" x="20" y="40" as="geometry" />
        </mxCell>
        <mxCell id="0YfRxUv1tj9zWzMnxWgF-91" parent="0YfRxUv1tj9zWzMnxWgF-1" style="strokeWidth=2;html=1;shape=mxgraph.flowchart.terminator;whiteSpace=wrap;" value="提示OP量厚度" vertex="1">
          <mxGeometry height="60" width="100" x="430" y="470" as="geometry" />
        </mxCell>
      </root>
    </mxGraphModel>
  </diagram>
+   <diagram id="fJu1hgGvGcqyrIjy4sEr" name="Learning档匹配逻辑">
+     <mxGraphModel dx="1384" dy="813" grid="1" gridSize="10" guides="1" tooltips="1" connect="1" arrows="1" fold="1" page="1" pageScale="1" pageWidth="1169" pageHeight="827" math="0" shadow="0">
+       <root>
+         <mxCell id="0" />
+         <mxCell id="1" parent="0" />
+       </root>
+     </mxGraphModel>
+   </diagram>
</mxfile>
